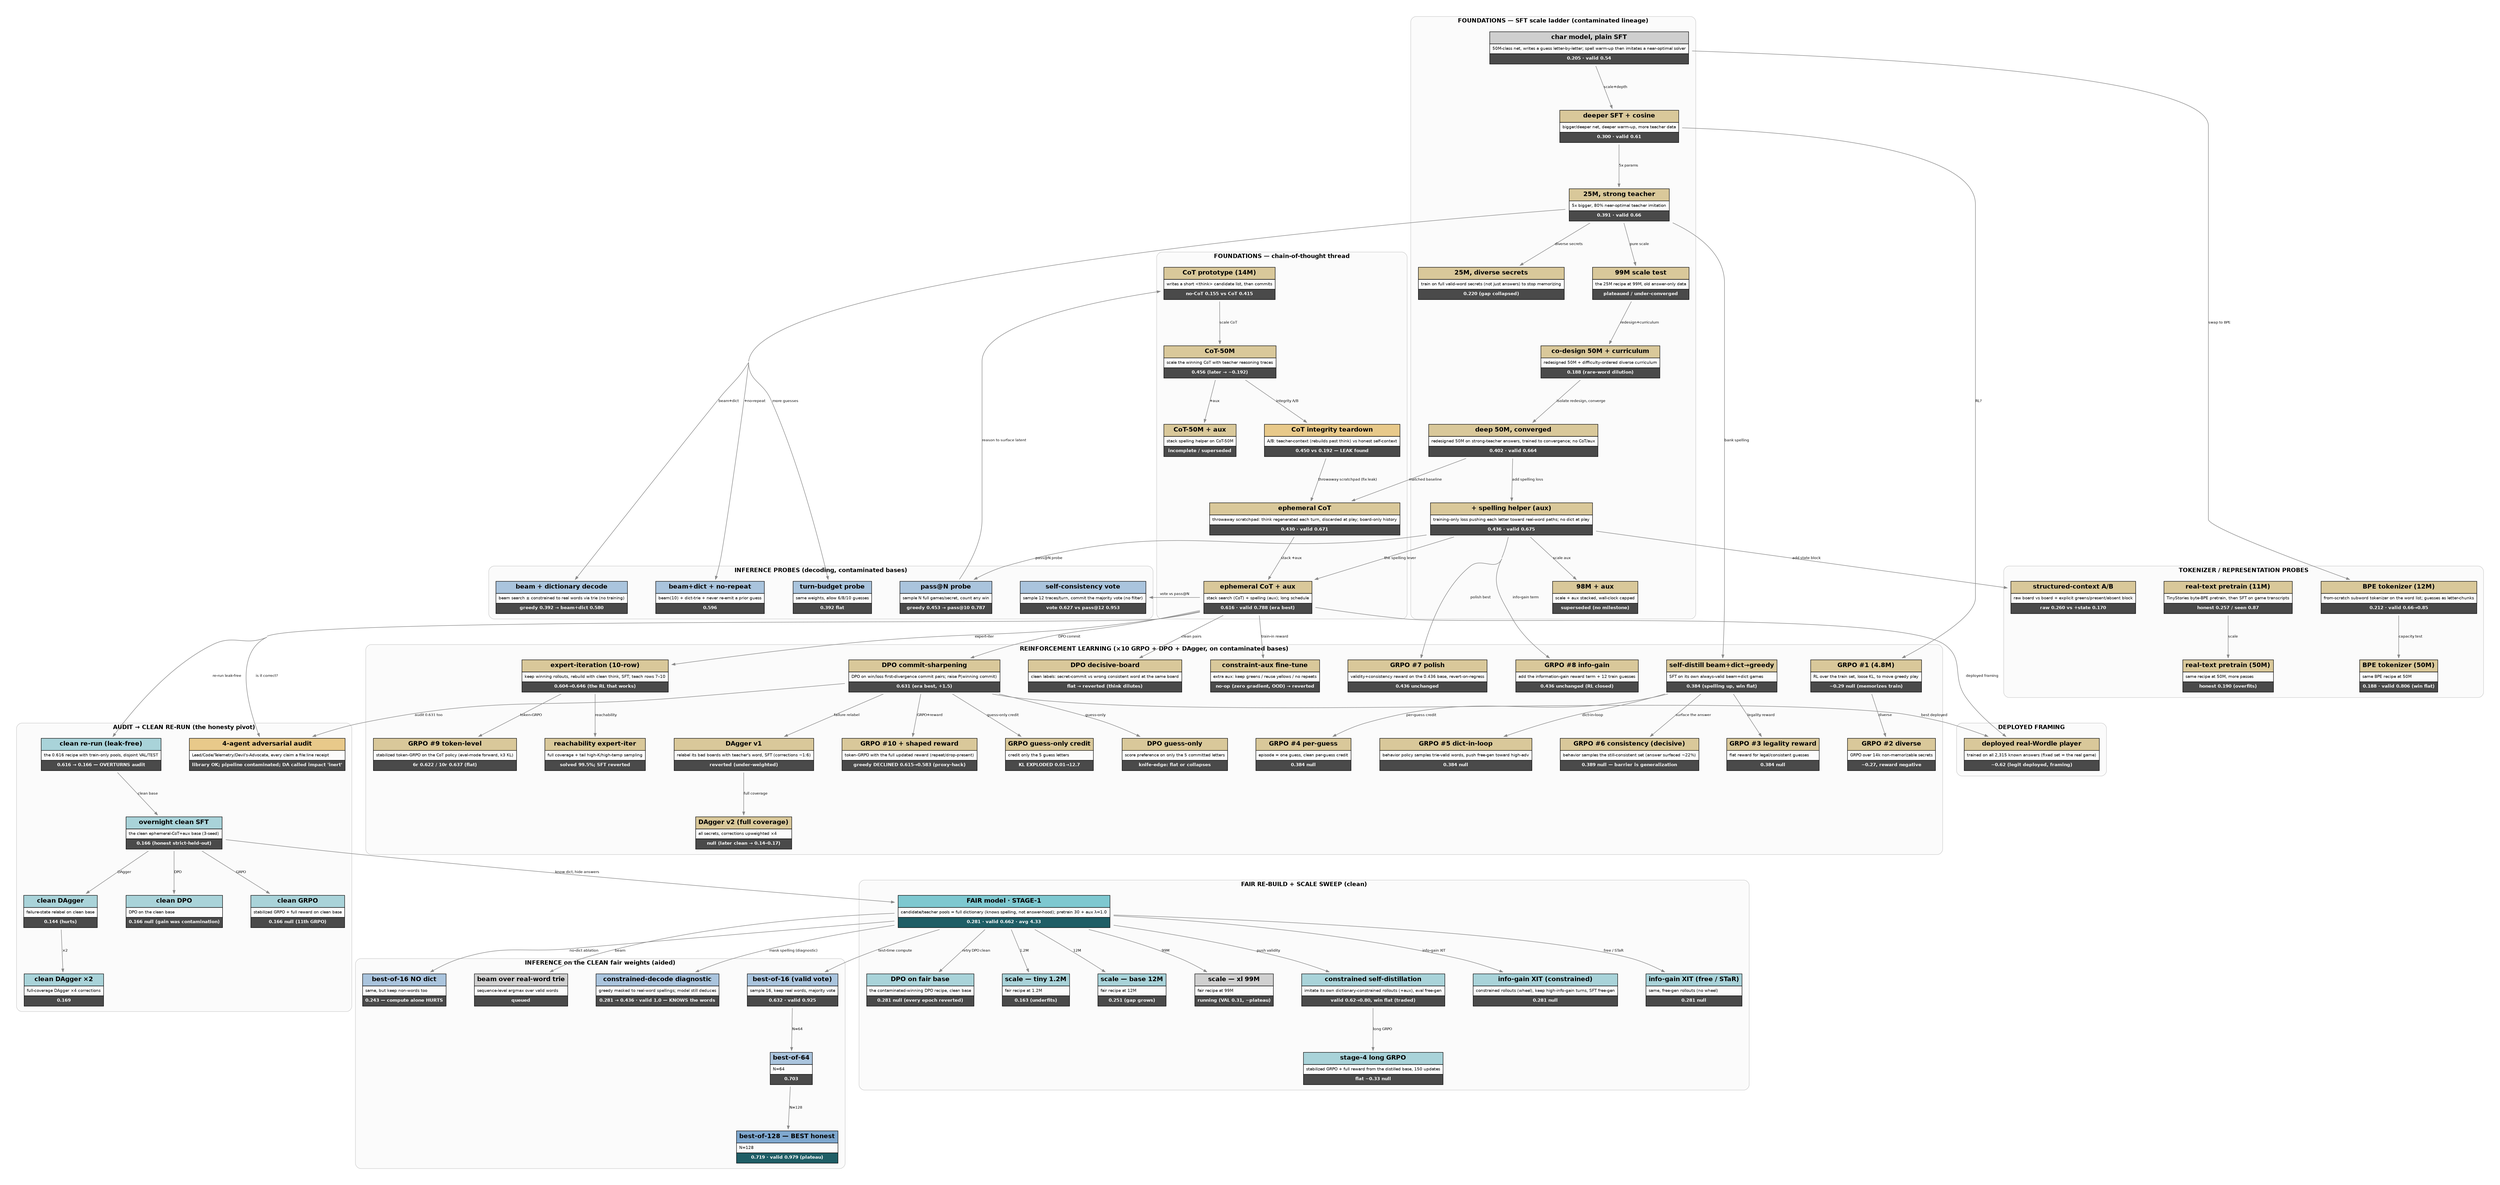
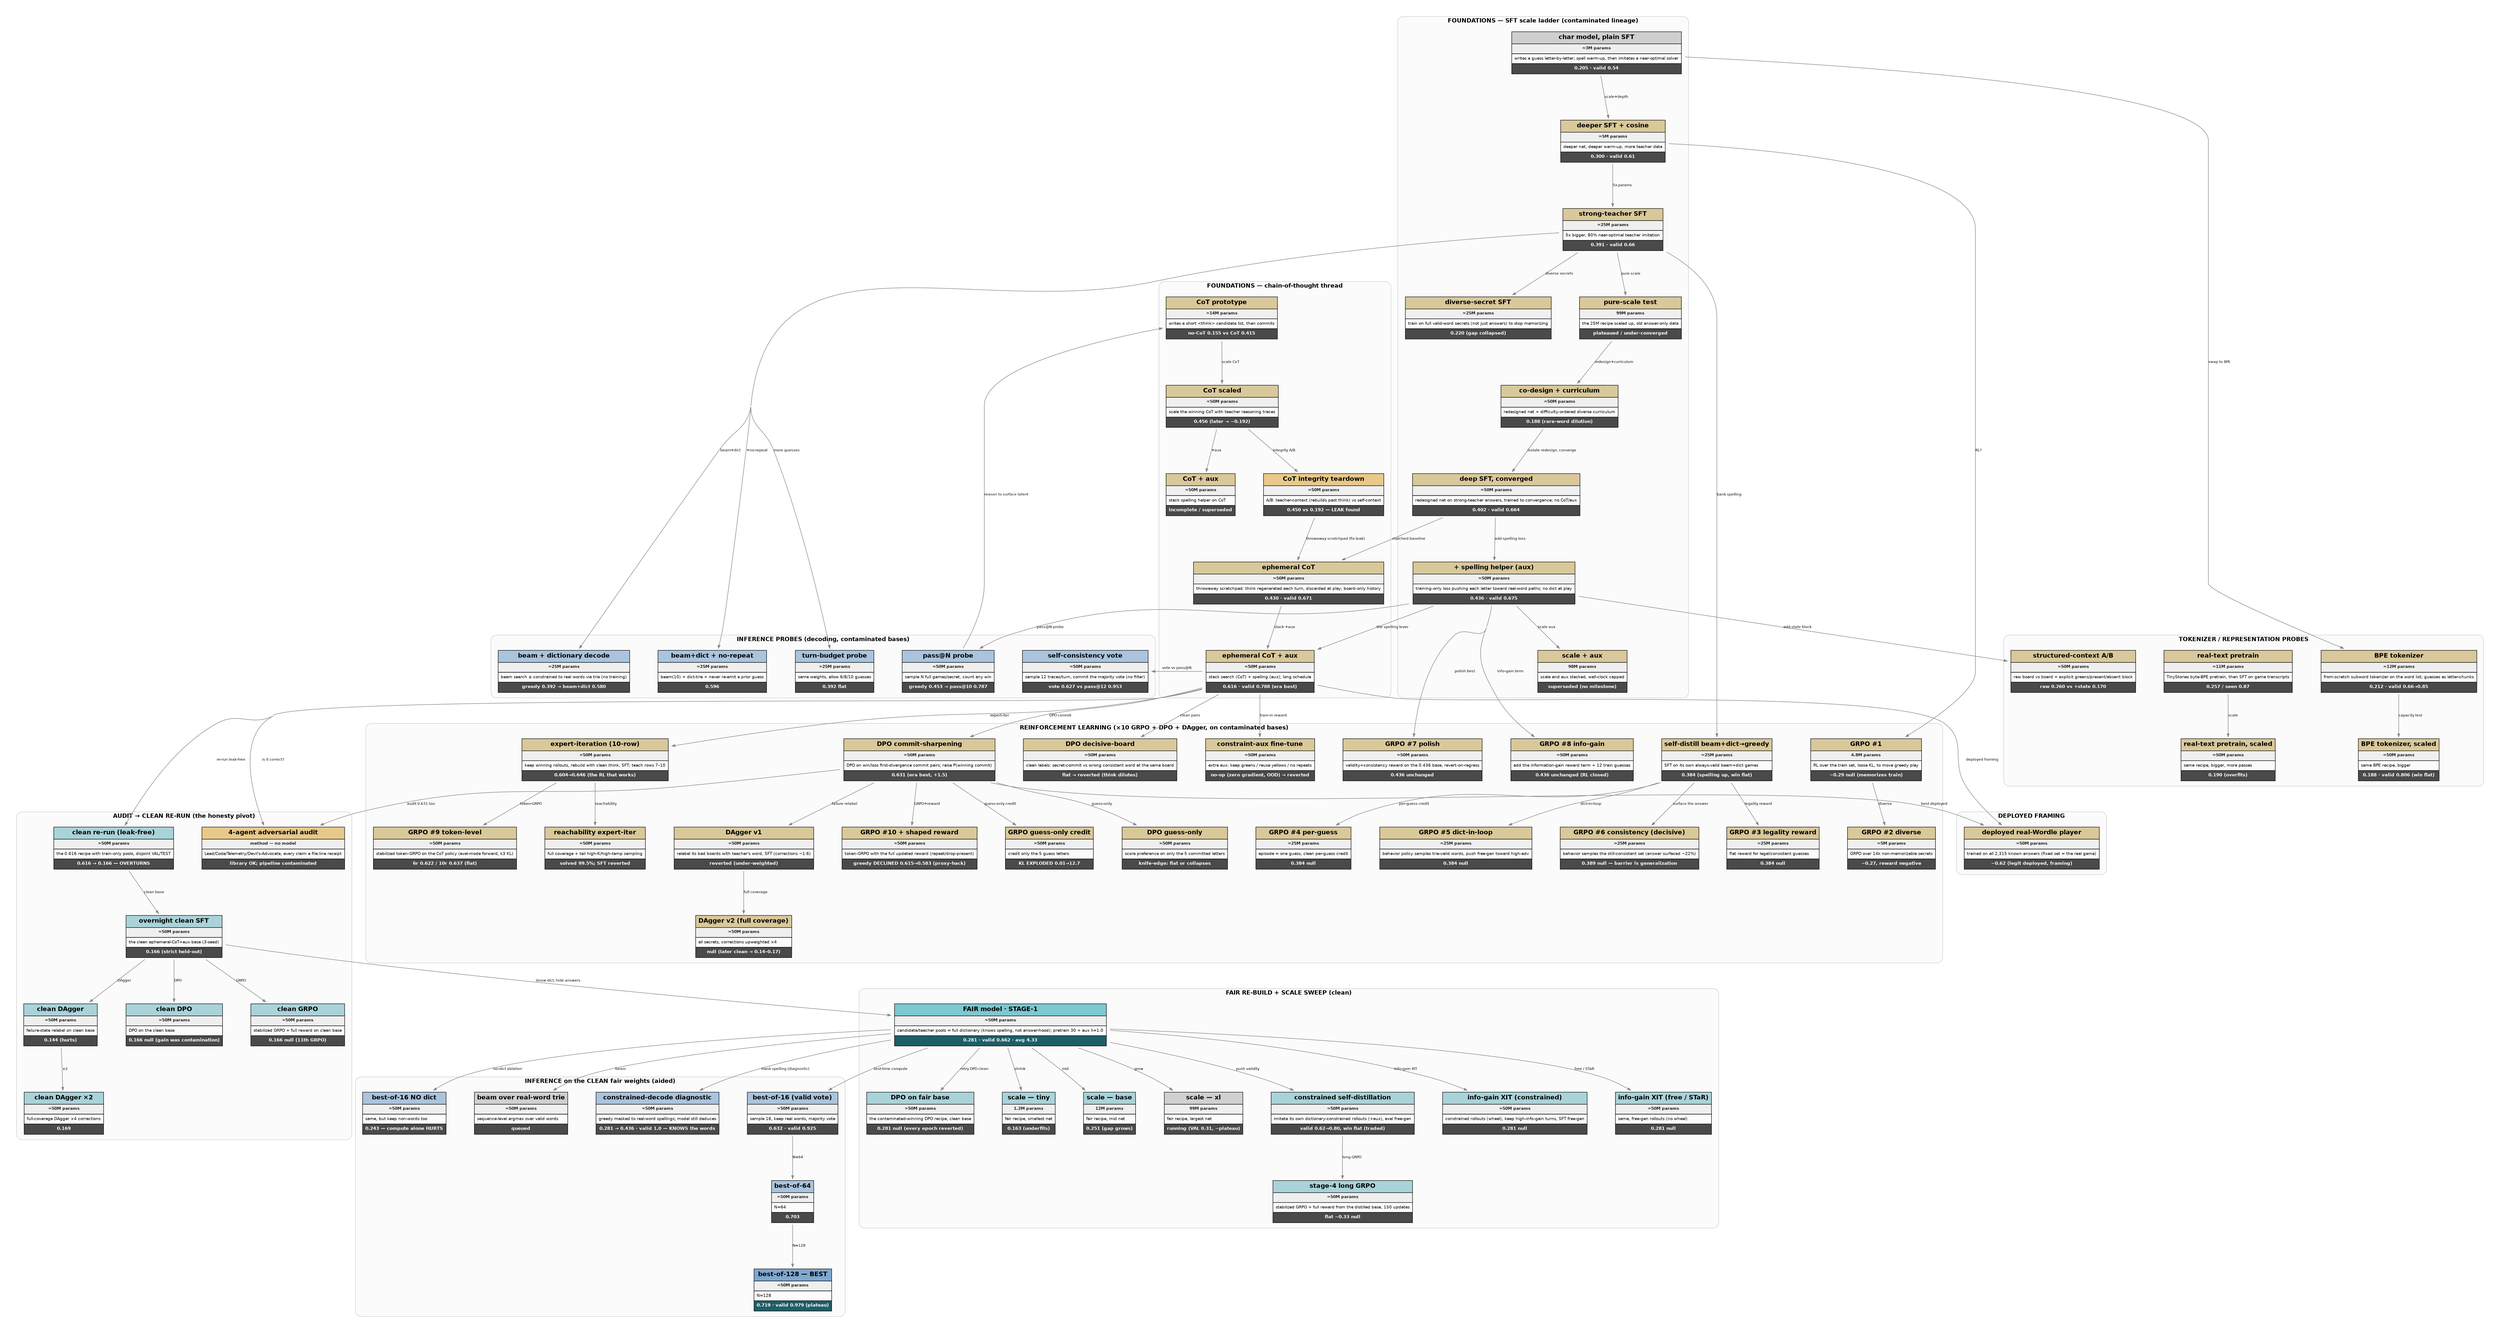
digraph experiments {
  rankdir=TB; bgcolor="white";
  graph [fontname="Helvetica", ranksep=1.2, nodesep=0.65, fontsize=13, concentrate=true, splines=spline, pad=0.4];
  node [shape=plaintext, fontname="Helvetica"];
  edge [fontname="Helvetica", fontsize=8, color="#888888", penwidth=1.1, arrowsize=0.7];
  subgraph cluster_found { label=<<B>FOUNDATIONS — SFT scale ladder (contaminated lineage)</B>>; fontsize=13; color="#cccccc"; style="rounded"; bgcolor="#fbfbfb";
-     sft_3m [label=<<TABLE BORDER="0" CELLBORDER="1" CELLSPACING="0" CELLPADDING="5"><TR><TD BGCOLOR="#cfcfcf"><B>char model, plain SFT</B></TD></TR><TR><TD ALIGN="LEFT"><FONT POINT-SIZE="9">50M-class net, writes a guess letter-by-letter; spell warm-up then imitates a near-optimal solver</FONT></TD></TR><TR><TD BGCOLOR="#4a4a4a"><FONT COLOR="white" POINT-SIZE="10"><B>0.205 · valid 0.54</B></FONT></TD></TR></TABLE>>];
-     sft_5m [label=<<TABLE BORDER="0" CELLBORDER="1" CELLSPACING="0" CELLPADDING="5"><TR><TD BGCOLOR="#d9c89a"><B>deeper SFT + cosine</B></TD></TR><TR><TD ALIGN="LEFT"><FONT POINT-SIZE="9">bigger/deeper net, deeper warm-up, more teacher data</FONT></TD></TR><TR><TD BGCOLOR="#4a4a4a"><FONT COLOR="white" POINT-SIZE="10"><B>0.300 · valid 0.61</B></FONT></TD></TR></TABLE>>];
-     sft_25m [label=<<TABLE BORDER="0" CELLBORDER="1" CELLSPACING="0" CELLPADDING="5"><TR><TD BGCOLOR="#d9c89a"><B>25M, strong teacher</B></TD></TR><TR><TD ALIGN="LEFT"><FONT POINT-SIZE="9">5x bigger, 80% near-optimal teacher imitation</FONT></TD></TR><TR><TD BGCOLOR="#4a4a4a"><FONT COLOR="white" POINT-SIZE="10"><B>0.391 · valid 0.66</B></FONT></TD></TR></TABLE>>];
-     sft_25m_div [label=<<TABLE BORDER="0" CELLBORDER="1" CELLSPACING="0" CELLPADDING="5"><TR><TD BGCOLOR="#d9c89a"><B>25M, diverse secrets</B></TD></TR><TR><TD ALIGN="LEFT"><FONT POINT-SIZE="9">train on full valid-word secrets (not just answers) to stop memorizing</FONT></TD></TR><TR><TD BGCOLOR="#4a4a4a"><FONT COLOR="white" POINT-SIZE="10"><B>0.220 (gap collapsed)</B></FONT></TD></TR></TABLE>>];
-     scale_99m [label=<<TABLE BORDER="0" CELLBORDER="1" CELLSPACING="0" CELLPADDING="5"><TR><TD BGCOLOR="#d9c89a"><B>99M scale test</B></TD></TR><TR><TD ALIGN="LEFT"><FONT POINT-SIZE="9">the 25M recipe at 99M, old answer-only data</FONT></TD></TR><TR><TD BGCOLOR="#4a4a4a"><FONT COLOR="white" POINT-SIZE="10"><B>plateaued / under-converged</B></FONT></TD></TR></TABLE>>];
-     codesign_50m [label=<<TABLE BORDER="0" CELLBORDER="1" CELLSPACING="0" CELLPADDING="5"><TR><TD BGCOLOR="#d9c89a"><B>co-design 50M + curriculum</B></TD></TR><TR><TD ALIGN="LEFT"><FONT POINT-SIZE="9">redesigned 50M + difficulty-ordered diverse curriculum</FONT></TD></TR><TR><TD BGCOLOR="#4a4a4a"><FONT COLOR="white" POINT-SIZE="10"><B>0.188 (rare-word dilution)</B></FONT></TD></TR></TABLE>>];
-     sft_deep [label=<<TABLE BORDER="0" CELLBORDER="1" CELLSPACING="0" CELLPADDING="5"><TR><TD BGCOLOR="#d9c89a"><B>deep 50M, converged</B></TD></TR><TR><TD ALIGN="LEFT"><FONT POINT-SIZE="9">redesigned 50M on strong-teacher answers, trained to convergence; no CoT/aux</FONT></TD></TR><TR><TD BGCOLOR="#4a4a4a"><FONT COLOR="white" POINT-SIZE="10"><B>0.402 · valid 0.664</B></FONT></TD></TR></TABLE>>];
-     sft_aux [label=<<TABLE BORDER="0" CELLBORDER="1" CELLSPACING="0" CELLPADDING="5"><TR><TD BGCOLOR="#d9c89a"><B>+ spelling helper (aux)</B></TD></TR><TR><TD ALIGN="LEFT"><FONT POINT-SIZE="9">training-only loss pushing each letter toward real-word paths; no dict at play</FONT></TD></TR><TR><TD BGCOLOR="#4a4a4a"><FONT COLOR="white" POINT-SIZE="10"><B>0.436 · valid 0.675</B></FONT></TD></TR></TABLE>>];
-     sft_aux_xl [label=<<TABLE BORDER="0" CELLBORDER="1" CELLSPACING="0" CELLPADDING="5"><TR><TD BGCOLOR="#d9c89a"><B>98M + aux</B></TD></TR><TR><TD ALIGN="LEFT"><FONT POINT-SIZE="9">scale + aux stacked, wall-clock capped</FONT></TD></TR><TR><TD BGCOLOR="#4a4a4a"><FONT COLOR="white" POINT-SIZE="10"><B>superseded (no milestone)</B></FONT></TD></TR></TABLE>>];
+     sft_3m [label=<<TABLE BORDER="0" CELLBORDER="1" CELLSPACING="0" CELLPADDING="5"><TR><TD BGCOLOR="#cfcfcf"><B>char model, plain SFT</B></TD></TR><TR><TD BGCOLOR="#efefef"><FONT POINT-SIZE="9" COLOR="#222222"><B>≈3M params</B></FONT></TD></TR><TR><TD ALIGN="LEFT"><FONT POINT-SIZE="9">writes a guess letter-by-letter; spell warm-up, then imitates a near-optimal solver</FONT></TD></TR><TR><TD BGCOLOR="#4a4a4a"><FONT COLOR="white" POINT-SIZE="10"><B>0.205 · valid 0.54</B></FONT></TD></TR></TABLE>>];
+     sft_5m [label=<<TABLE BORDER="0" CELLBORDER="1" CELLSPACING="0" CELLPADDING="5"><TR><TD BGCOLOR="#d9c89a"><B>deeper SFT + cosine</B></TD></TR><TR><TD BGCOLOR="#efefef"><FONT POINT-SIZE="9" COLOR="#222222"><B>≈5M params</B></FONT></TD></TR><TR><TD ALIGN="LEFT"><FONT POINT-SIZE="9">deeper net, deeper warm-up, more teacher data</FONT></TD></TR><TR><TD BGCOLOR="#4a4a4a"><FONT COLOR="white" POINT-SIZE="10"><B>0.300 · valid 0.61</B></FONT></TD></TR></TABLE>>];
+     sft_25m [label=<<TABLE BORDER="0" CELLBORDER="1" CELLSPACING="0" CELLPADDING="5"><TR><TD BGCOLOR="#d9c89a"><B>strong-teacher SFT</B></TD></TR><TR><TD BGCOLOR="#efefef"><FONT POINT-SIZE="9" COLOR="#222222"><B>≈25M params</B></FONT></TD></TR><TR><TD ALIGN="LEFT"><FONT POINT-SIZE="9">5x bigger, 80% near-optimal teacher imitation</FONT></TD></TR><TR><TD BGCOLOR="#4a4a4a"><FONT COLOR="white" POINT-SIZE="10"><B>0.391 · valid 0.66</B></FONT></TD></TR></TABLE>>];
+     sft_25m_div [label=<<TABLE BORDER="0" CELLBORDER="1" CELLSPACING="0" CELLPADDING="5"><TR><TD BGCOLOR="#d9c89a"><B>diverse-secret SFT</B></TD></TR><TR><TD BGCOLOR="#efefef"><FONT POINT-SIZE="9" COLOR="#222222"><B>≈25M params</B></FONT></TD></TR><TR><TD ALIGN="LEFT"><FONT POINT-SIZE="9">train on full valid-word secrets (not just answers) to stop memorizing</FONT></TD></TR><TR><TD BGCOLOR="#4a4a4a"><FONT COLOR="white" POINT-SIZE="10"><B>0.220 (gap collapsed)</B></FONT></TD></TR></TABLE>>];
+     scale_99m [label=<<TABLE BORDER="0" CELLBORDER="1" CELLSPACING="0" CELLPADDING="5"><TR><TD BGCOLOR="#d9c89a"><B>pure-scale test</B></TD></TR><TR><TD BGCOLOR="#efefef"><FONT POINT-SIZE="9" COLOR="#222222"><B>99M params</B></FONT></TD></TR><TR><TD ALIGN="LEFT"><FONT POINT-SIZE="9">the 25M recipe scaled up, old answer-only data</FONT></TD></TR><TR><TD BGCOLOR="#4a4a4a"><FONT COLOR="white" POINT-SIZE="10"><B>plateaued / under-converged</B></FONT></TD></TR></TABLE>>];
+     codesign_50m [label=<<TABLE BORDER="0" CELLBORDER="1" CELLSPACING="0" CELLPADDING="5"><TR><TD BGCOLOR="#d9c89a"><B>co-design + curriculum</B></TD></TR><TR><TD BGCOLOR="#efefef"><FONT POINT-SIZE="9" COLOR="#222222"><B>≈50M params</B></FONT></TD></TR><TR><TD ALIGN="LEFT"><FONT POINT-SIZE="9">redesigned net + difficulty-ordered diverse curriculum</FONT></TD></TR><TR><TD BGCOLOR="#4a4a4a"><FONT COLOR="white" POINT-SIZE="10"><B>0.188 (rare-word dilution)</B></FONT></TD></TR></TABLE>>];
+     sft_deep [label=<<TABLE BORDER="0" CELLBORDER="1" CELLSPACING="0" CELLPADDING="5"><TR><TD BGCOLOR="#d9c89a"><B>deep SFT, converged</B></TD></TR><TR><TD BGCOLOR="#efefef"><FONT POINT-SIZE="9" COLOR="#222222"><B>≈50M params</B></FONT></TD></TR><TR><TD ALIGN="LEFT"><FONT POINT-SIZE="9">redesigned net on strong-teacher answers, trained to convergence; no CoT/aux</FONT></TD></TR><TR><TD BGCOLOR="#4a4a4a"><FONT COLOR="white" POINT-SIZE="10"><B>0.402 · valid 0.664</B></FONT></TD></TR></TABLE>>];
+     sft_aux [label=<<TABLE BORDER="0" CELLBORDER="1" CELLSPACING="0" CELLPADDING="5"><TR><TD BGCOLOR="#d9c89a"><B>+ spelling helper (aux)</B></TD></TR><TR><TD BGCOLOR="#efefef"><FONT POINT-SIZE="9" COLOR="#222222"><B>≈50M params</B></FONT></TD></TR><TR><TD ALIGN="LEFT"><FONT POINT-SIZE="9">training-only loss pushing each letter toward real-word paths; no dict at play</FONT></TD></TR><TR><TD BGCOLOR="#4a4a4a"><FONT COLOR="white" POINT-SIZE="10"><B>0.436 · valid 0.675</B></FONT></TD></TR></TABLE>>];
+     sft_aux_xl [label=<<TABLE BORDER="0" CELLBORDER="1" CELLSPACING="0" CELLPADDING="5"><TR><TD BGCOLOR="#d9c89a"><B>scale + aux</B></TD></TR><TR><TD BGCOLOR="#efefef"><FONT POINT-SIZE="9" COLOR="#222222"><B>98M params</B></FONT></TD></TR><TR><TD ALIGN="LEFT"><FONT POINT-SIZE="9">scale and aux stacked, wall-clock capped</FONT></TD></TR><TR><TD BGCOLOR="#4a4a4a"><FONT COLOR="white" POINT-SIZE="10"><B>superseded (no milestone)</B></FONT></TD></TR></TABLE>>];
  }
  subgraph cluster_cot { label=<<B>FOUNDATIONS — chain-of-thought thread</B>>; fontsize=13; color="#cccccc"; style="rounded"; bgcolor="#fbfbfb";
-     cot_14m [label=<<TABLE BORDER="0" CELLBORDER="1" CELLSPACING="0" CELLPADDING="5"><TR><TD BGCOLOR="#d9c89a"><B>CoT prototype (14M)</B></TD></TR><TR><TD ALIGN="LEFT"><FONT POINT-SIZE="9">writes a short &lt;think&gt; candidate list, then commits</FONT></TD></TR><TR><TD BGCOLOR="#4a4a4a"><FONT COLOR="white" POINT-SIZE="10"><B>no-CoT 0.155 vs CoT 0.415</B></FONT></TD></TR></TABLE>>];
-     cot_50m [label=<<TABLE BORDER="0" CELLBORDER="1" CELLSPACING="0" CELLPADDING="5"><TR><TD BGCOLOR="#d9c89a"><B>CoT-50M</B></TD></TR><TR><TD ALIGN="LEFT"><FONT POINT-SIZE="9">scale the winning CoT with teacher reasoning traces</FONT></TD></TR><TR><TD BGCOLOR="#4a4a4a"><FONT COLOR="white" POINT-SIZE="10"><B>0.456 (later → ~0.192)</B></FONT></TD></TR></TABLE>>];
-     cot_50m_aux [label=<<TABLE BORDER="0" CELLBORDER="1" CELLSPACING="0" CELLPADDING="5"><TR><TD BGCOLOR="#d9c89a"><B>CoT-50M + aux</B></TD></TR><TR><TD ALIGN="LEFT"><FONT POINT-SIZE="9">stack spelling helper on CoT-50M</FONT></TD></TR><TR><TD BGCOLOR="#4a4a4a"><FONT COLOR="white" POINT-SIZE="10"><B>incomplete / superseded</B></FONT></TD></TR></TABLE>>];
-     cot_show [label=<<TABLE BORDER="0" CELLBORDER="1" CELLSPACING="0" CELLPADDING="5"><TR><TD BGCOLOR="#e8c98a"><B>CoT integrity teardown</B></TD></TR><TR><TD ALIGN="LEFT"><FONT POINT-SIZE="9">A/B: teacher-context (rebuilds past think) vs honest self-context</FONT></TD></TR><TR><TD BGCOLOR="#4a4a4a"><FONT COLOR="white" POINT-SIZE="10"><B>0.450 vs 0.192 — LEAK found</B></FONT></TD></TR></TABLE>>];
-     cot_eph [label=<<TABLE BORDER="0" CELLBORDER="1" CELLSPACING="0" CELLPADDING="5"><TR><TD BGCOLOR="#d9c89a"><B>ephemeral CoT</B></TD></TR><TR><TD ALIGN="LEFT"><FONT POINT-SIZE="9">throwaway scratchpad: think regenerated each turn, discarded at play; board-only history</FONT></TD></TR><TR><TD BGCOLOR="#4a4a4a"><FONT COLOR="white" POINT-SIZE="10"><B>0.430 · valid 0.671</B></FONT></TD></TR></TABLE>>];
-     cot_eph_aux [label=<<TABLE BORDER="0" CELLBORDER="1" CELLSPACING="0" CELLPADDING="5"><TR><TD BGCOLOR="#d9c89a"><B>ephemeral CoT + aux</B></TD></TR><TR><TD ALIGN="LEFT"><FONT POINT-SIZE="9">stack search (CoT) + spelling (aux); long schedule</FONT></TD></TR><TR><TD BGCOLOR="#4a4a4a"><FONT COLOR="white" POINT-SIZE="10"><B>0.616 · valid 0.788 (era best)</B></FONT></TD></TR></TABLE>>];
+     cot_14m [label=<<TABLE BORDER="0" CELLBORDER="1" CELLSPACING="0" CELLPADDING="5"><TR><TD BGCOLOR="#d9c89a"><B>CoT prototype</B></TD></TR><TR><TD BGCOLOR="#efefef"><FONT POINT-SIZE="9" COLOR="#222222"><B>≈14M params</B></FONT></TD></TR><TR><TD ALIGN="LEFT"><FONT POINT-SIZE="9">writes a short &lt;think&gt; candidate list, then commits</FONT></TD></TR><TR><TD BGCOLOR="#4a4a4a"><FONT COLOR="white" POINT-SIZE="10"><B>no-CoT 0.155 vs CoT 0.415</B></FONT></TD></TR></TABLE>>];
+     cot_50m [label=<<TABLE BORDER="0" CELLBORDER="1" CELLSPACING="0" CELLPADDING="5"><TR><TD BGCOLOR="#d9c89a"><B>CoT scaled</B></TD></TR><TR><TD BGCOLOR="#efefef"><FONT POINT-SIZE="9" COLOR="#222222"><B>≈50M params</B></FONT></TD></TR><TR><TD ALIGN="LEFT"><FONT POINT-SIZE="9">scale the winning CoT with teacher reasoning traces</FONT></TD></TR><TR><TD BGCOLOR="#4a4a4a"><FONT COLOR="white" POINT-SIZE="10"><B>0.456 (later → ~0.192)</B></FONT></TD></TR></TABLE>>];
+     cot_50m_aux [label=<<TABLE BORDER="0" CELLBORDER="1" CELLSPACING="0" CELLPADDING="5"><TR><TD BGCOLOR="#d9c89a"><B>CoT + aux</B></TD></TR><TR><TD BGCOLOR="#efefef"><FONT POINT-SIZE="9" COLOR="#222222"><B>≈50M params</B></FONT></TD></TR><TR><TD ALIGN="LEFT"><FONT POINT-SIZE="9">stack spelling helper on CoT</FONT></TD></TR><TR><TD BGCOLOR="#4a4a4a"><FONT COLOR="white" POINT-SIZE="10"><B>incomplete / superseded</B></FONT></TD></TR></TABLE>>];
+     cot_show [label=<<TABLE BORDER="0" CELLBORDER="1" CELLSPACING="0" CELLPADDING="5"><TR><TD BGCOLOR="#e8c98a"><B>CoT integrity teardown</B></TD></TR><TR><TD BGCOLOR="#efefef"><FONT POINT-SIZE="9" COLOR="#222222"><B>≈50M params</B></FONT></TD></TR><TR><TD ALIGN="LEFT"><FONT POINT-SIZE="9">A/B: teacher-context (rebuilds past think) vs self-context</FONT></TD></TR><TR><TD BGCOLOR="#4a4a4a"><FONT COLOR="white" POINT-SIZE="10"><B>0.450 vs 0.192 — LEAK found</B></FONT></TD></TR></TABLE>>];
+     cot_eph [label=<<TABLE BORDER="0" CELLBORDER="1" CELLSPACING="0" CELLPADDING="5"><TR><TD BGCOLOR="#d9c89a"><B>ephemeral CoT</B></TD></TR><TR><TD BGCOLOR="#efefef"><FONT POINT-SIZE="9" COLOR="#222222"><B>≈50M params</B></FONT></TD></TR><TR><TD ALIGN="LEFT"><FONT POINT-SIZE="9">throwaway scratchpad: think regenerated each turn, discarded at play; board-only history</FONT></TD></TR><TR><TD BGCOLOR="#4a4a4a"><FONT COLOR="white" POINT-SIZE="10"><B>0.430 · valid 0.671</B></FONT></TD></TR></TABLE>>];
+     cot_eph_aux [label=<<TABLE BORDER="0" CELLBORDER="1" CELLSPACING="0" CELLPADDING="5"><TR><TD BGCOLOR="#d9c89a"><B>ephemeral CoT + aux</B></TD></TR><TR><TD BGCOLOR="#efefef"><FONT POINT-SIZE="9" COLOR="#222222"><B>≈50M params</B></FONT></TD></TR><TR><TD ALIGN="LEFT"><FONT POINT-SIZE="9">stack search (CoT) + spelling (aux); long schedule</FONT></TD></TR><TR><TD BGCOLOR="#4a4a4a"><FONT COLOR="white" POINT-SIZE="10"><B>0.616 · valid 0.788 (era best)</B></FONT></TD></TR></TABLE>>];
  }
  subgraph cluster_val { label=<<B>TOKENIZER / REPRESENTATION PROBES</B>>; fontsize=13; color="#cccccc"; style="rounded"; bgcolor="#fbfbfb";
-     bpe_12m [label=<<TABLE BORDER="0" CELLBORDER="1" CELLSPACING="0" CELLPADDING="5"><TR><TD BGCOLOR="#d9c89a"><B>BPE tokenizer (12M)</B></TD></TR><TR><TD ALIGN="LEFT"><FONT POINT-SIZE="9">from-scratch subword tokenizer on the word list; guesses as letter-chunks</FONT></TD></TR><TR><TD BGCOLOR="#4a4a4a"><FONT COLOR="white" POINT-SIZE="10"><B>0.212 · valid 0.66→0.85</B></FONT></TD></TR></TABLE>>];
-     bpe_50m [label=<<TABLE BORDER="0" CELLBORDER="1" CELLSPACING="0" CELLPADDING="5"><TR><TD BGCOLOR="#d9c89a"><B>BPE tokenizer (50M)</B></TD></TR><TR><TD ALIGN="LEFT"><FONT POINT-SIZE="9">same BPE recipe at 50M</FONT></TD></TR><TR><TD BGCOLOR="#4a4a4a"><FONT COLOR="white" POINT-SIZE="10"><B>0.188 · valid 0.806 (win flat)</B></FONT></TD></TR></TABLE>>];
-     oreo_11m [label=<<TABLE BORDER="0" CELLBORDER="1" CELLSPACING="0" CELLPADDING="5"><TR><TD BGCOLOR="#d9c89a"><B>real-text pretrain (11M)</B></TD></TR><TR><TD ALIGN="LEFT"><FONT POINT-SIZE="9">TinyStories byte-BPE pretrain, then SFT on game transcripts</FONT></TD></TR><TR><TD BGCOLOR="#4a4a4a"><FONT COLOR="white" POINT-SIZE="10"><B>honest 0.257 / seen 0.87</B></FONT></TD></TR></TABLE>>];
-     oreo_50m [label=<<TABLE BORDER="0" CELLBORDER="1" CELLSPACING="0" CELLPADDING="5"><TR><TD BGCOLOR="#d9c89a"><B>real-text pretrain (50M)</B></TD></TR><TR><TD ALIGN="LEFT"><FONT POINT-SIZE="9">same recipe at 50M, more passes</FONT></TD></TR><TR><TD BGCOLOR="#4a4a4a"><FONT COLOR="white" POINT-SIZE="10"><B>honest 0.190 (overfits)</B></FONT></TD></TR></TABLE>>];
-     structured_ctx [label=<<TABLE BORDER="0" CELLBORDER="1" CELLSPACING="0" CELLPADDING="5"><TR><TD BGCOLOR="#d9c89a"><B>structured-context A/B</B></TD></TR><TR><TD ALIGN="LEFT"><FONT POINT-SIZE="9">raw board vs board + explicit greens/present/absent block</FONT></TD></TR><TR><TD BGCOLOR="#4a4a4a"><FONT COLOR="white" POINT-SIZE="10"><B>raw 0.260 vs +state 0.170</B></FONT></TD></TR></TABLE>>];
+     bpe_12m [label=<<TABLE BORDER="0" CELLBORDER="1" CELLSPACING="0" CELLPADDING="5"><TR><TD BGCOLOR="#d9c89a"><B>BPE tokenizer</B></TD></TR><TR><TD BGCOLOR="#efefef"><FONT POINT-SIZE="9" COLOR="#222222"><B>≈12M params</B></FONT></TD></TR><TR><TD ALIGN="LEFT"><FONT POINT-SIZE="9">from-scratch subword tokenizer on the word list; guesses as letter-chunks</FONT></TD></TR><TR><TD BGCOLOR="#4a4a4a"><FONT COLOR="white" POINT-SIZE="10"><B>0.212 · valid 0.66→0.85</B></FONT></TD></TR></TABLE>>];
+     bpe_50m [label=<<TABLE BORDER="0" CELLBORDER="1" CELLSPACING="0" CELLPADDING="5"><TR><TD BGCOLOR="#d9c89a"><B>BPE tokenizer, scaled</B></TD></TR><TR><TD BGCOLOR="#efefef"><FONT POINT-SIZE="9" COLOR="#222222"><B>≈50M params</B></FONT></TD></TR><TR><TD ALIGN="LEFT"><FONT POINT-SIZE="9">same BPE recipe, bigger</FONT></TD></TR><TR><TD BGCOLOR="#4a4a4a"><FONT COLOR="white" POINT-SIZE="10"><B>0.188 · valid 0.806 (win flat)</B></FONT></TD></TR></TABLE>>];
+     oreo_11m [label=<<TABLE BORDER="0" CELLBORDER="1" CELLSPACING="0" CELLPADDING="5"><TR><TD BGCOLOR="#d9c89a"><B>real-text pretrain</B></TD></TR><TR><TD BGCOLOR="#efefef"><FONT POINT-SIZE="9" COLOR="#222222"><B>≈11M params</B></FONT></TD></TR><TR><TD ALIGN="LEFT"><FONT POINT-SIZE="9">TinyStories byte-BPE pretrain, then SFT on game transcripts</FONT></TD></TR><TR><TD BGCOLOR="#4a4a4a"><FONT COLOR="white" POINT-SIZE="10"><B>0.257 / seen 0.87</B></FONT></TD></TR></TABLE>>];
+     oreo_50m [label=<<TABLE BORDER="0" CELLBORDER="1" CELLSPACING="0" CELLPADDING="5"><TR><TD BGCOLOR="#d9c89a"><B>real-text pretrain, scaled</B></TD></TR><TR><TD BGCOLOR="#efefef"><FONT POINT-SIZE="9" COLOR="#222222"><B>≈50M params</B></FONT></TD></TR><TR><TD ALIGN="LEFT"><FONT POINT-SIZE="9">same recipe, bigger, more passes</FONT></TD></TR><TR><TD BGCOLOR="#4a4a4a"><FONT COLOR="white" POINT-SIZE="10"><B>0.190 (overfits)</B></FONT></TD></TR></TABLE>>];
+     structured_ctx [label=<<TABLE BORDER="0" CELLBORDER="1" CELLSPACING="0" CELLPADDING="5"><TR><TD BGCOLOR="#d9c89a"><B>structured-context A/B</B></TD></TR><TR><TD BGCOLOR="#efefef"><FONT POINT-SIZE="9" COLOR="#222222"><B>≈50M params</B></FONT></TD></TR><TR><TD ALIGN="LEFT"><FONT POINT-SIZE="9">raw board vs board + explicit greens/present/absent block</FONT></TD></TR><TR><TD BGCOLOR="#4a4a4a"><FONT COLOR="white" POINT-SIZE="10"><B>raw 0.260 vs +state 0.170</B></FONT></TD></TR></TABLE>>];
  }
  subgraph cluster_rl { label=<<B>REINFORCEMENT LEARNING (×10 GRPO + DPO + DAgger, on contaminated bases)</B>>; fontsize=13; color="#cccccc"; style="rounded"; bgcolor="#fbfbfb";
-     grpo_5m [label=<<TABLE BORDER="0" CELLBORDER="1" CELLSPACING="0" CELLPADDING="5"><TR><TD BGCOLOR="#d9c89a"><B>GRPO #1 (4.8M)</B></TD></TR><TR><TD ALIGN="LEFT"><FONT POINT-SIZE="9">RL over the train set, loose KL, to move greedy play</FONT></TD></TR><TR><TD BGCOLOR="#4a4a4a"><FONT COLOR="white" POINT-SIZE="10"><B>~0.29 null (memorizes train)</B></FONT></TD></TR></TABLE>>];
-     grpo_5m_div [label=<<TABLE BORDER="0" CELLBORDER="1" CELLSPACING="0" CELLPADDING="5"><TR><TD BGCOLOR="#d9c89a"><B>GRPO #2 diverse</B></TD></TR><TR><TD ALIGN="LEFT"><FONT POINT-SIZE="9">GRPO over 14k non-memorizable secrets</FONT></TD></TR><TR><TD BGCOLOR="#4a4a4a"><FONT COLOR="white" POINT-SIZE="10"><B>~0.27, reward negative</B></FONT></TD></TR></TABLE>>];
-     self_distill_25m [label=<<TABLE BORDER="0" CELLBORDER="1" CELLSPACING="0" CELLPADDING="5"><TR><TD BGCOLOR="#d9c89a"><B>self-distill beam+dict→greedy</B></TD></TR><TR><TD ALIGN="LEFT"><FONT POINT-SIZE="9">SFT on its own always-valid beam+dict games</FONT></TD></TR><TR><TD BGCOLOR="#4a4a4a"><FONT COLOR="white" POINT-SIZE="10"><B>0.384 (spelling up, win flat)</B></FONT></TD></TR></TABLE>>];
-     rl_consistency [label=<<TABLE BORDER="0" CELLBORDER="1" CELLSPACING="0" CELLPADDING="5"><TR><TD BGCOLOR="#d9c89a"><B>GRPO #3 legality reward</B></TD></TR><TR><TD ALIGN="LEFT"><FONT POINT-SIZE="9">flat reward for legal/consistent guesses</FONT></TD></TR><TR><TD BGCOLOR="#4a4a4a"><FONT COLOR="white" POINT-SIZE="10"><B>0.384 null</B></FONT></TD></TR></TABLE>>];
-     rl_perguess [label=<<TABLE BORDER="0" CELLBORDER="1" CELLSPACING="0" CELLPADDING="5"><TR><TD BGCOLOR="#d9c89a"><B>GRPO #4 per-guess</B></TD></TR><TR><TD ALIGN="LEFT"><FONT POINT-SIZE="9">episode = one guess, clean per-guess credit</FONT></TD></TR><TR><TD BGCOLOR="#4a4a4a"><FONT COLOR="white" POINT-SIZE="10"><B>0.384 null</B></FONT></TD></TR></TABLE>>];
-     rl_dict [label=<<TABLE BORDER="0" CELLBORDER="1" CELLSPACING="0" CELLPADDING="5"><TR><TD BGCOLOR="#d9c89a"><B>GRPO #5 dict-in-loop</B></TD></TR><TR><TD ALIGN="LEFT"><FONT POINT-SIZE="9">behavior policy samples trie-valid words, push free-gen toward high-adv</FONT></TD></TR><TR><TD BGCOLOR="#4a4a4a"><FONT COLOR="white" POINT-SIZE="10"><B>0.384 null</B></FONT></TD></TR></TABLE>>];
-     rl_constrained [label=<<TABLE BORDER="0" CELLBORDER="1" CELLSPACING="0" CELLPADDING="5"><TR><TD BGCOLOR="#d9c89a"><B>GRPO #6 consistency (decisive)</B></TD></TR><TR><TD ALIGN="LEFT"><FONT POINT-SIZE="9">behavior samples the still-consistent set (answer surfaced ~22%)</FONT></TD></TR><TR><TD BGCOLOR="#4a4a4a"><FONT COLOR="white" POINT-SIZE="10"><B>0.389 null — barrier is generalization</B></FONT></TD></TR></TABLE>>];
-     rl_polish [label=<<TABLE BORDER="0" CELLBORDER="1" CELLSPACING="0" CELLPADDING="5"><TR><TD BGCOLOR="#d9c89a"><B>GRPO #7 polish</B></TD></TR><TR><TD ALIGN="LEFT"><FONT POINT-SIZE="9">validity+consistency reward on the 0.436 base, revert-on-regress</FONT></TD></TR><TR><TD BGCOLOR="#4a4a4a"><FONT COLOR="white" POINT-SIZE="10"><B>0.436 unchanged</B></FONT></TD></TR></TABLE>>];
-     rl_infogain [label=<<TABLE BORDER="0" CELLBORDER="1" CELLSPACING="0" CELLPADDING="5"><TR><TD BGCOLOR="#d9c89a"><B>GRPO #8 info-gain</B></TD></TR><TR><TD ALIGN="LEFT"><FONT POINT-SIZE="9">add the information-gain reward term + 12 train guesses</FONT></TD></TR><TR><TD BGCOLOR="#4a4a4a"><FONT COLOR="white" POINT-SIZE="10"><B>0.436 unchanged (RL closed)</B></FONT></TD></TR></TABLE>>];
-     rl_expert_10row [label=<<TABLE BORDER="0" CELLBORDER="1" CELLSPACING="0" CELLPADDING="5"><TR><TD BGCOLOR="#d9c89a"><B>expert-iteration (10-row)</B></TD></TR><TR><TD ALIGN="LEFT"><FONT POINT-SIZE="9">keep winning rollouts, rebuild with clean think, SFT; teach rows 7–10</FONT></TD></TR><TR><TD BGCOLOR="#4a4a4a"><FONT COLOR="white" POINT-SIZE="10"><B>0.604→0.646 (the RL that works)</B></FONT></TD></TR></TABLE>>];
-     rl_expert_tail [label=<<TABLE BORDER="0" CELLBORDER="1" CELLSPACING="0" CELLPADDING="5"><TR><TD BGCOLOR="#d9c89a"><B>reachability expert-iter</B></TD></TR><TR><TD ALIGN="LEFT"><FONT POINT-SIZE="9">full coverage + tail high-K/high-temp sampling</FONT></TD></TR><TR><TD BGCOLOR="#4a4a4a"><FONT COLOR="white" POINT-SIZE="10"><B>solved 99.5%; SFT reverted</B></FONT></TD></TR></TABLE>>];
-     rl_grpo_polish [label=<<TABLE BORDER="0" CELLBORDER="1" CELLSPACING="0" CELLPADDING="5"><TR><TD BGCOLOR="#d9c89a"><B>GRPO #9 token-level</B></TD></TR><TR><TD ALIGN="LEFT"><FONT POINT-SIZE="9">stabilized token-GRPO on the CoT policy (eval-mode forward, k3 KL)</FONT></TD></TR><TR><TD BGCOLOR="#4a4a4a"><FONT COLOR="white" POINT-SIZE="10"><B>6r 0.622 / 10r 0.637 (flat)</B></FONT></TD></TR></TABLE>>];
-     dpo_commit [label=<<TABLE BORDER="0" CELLBORDER="1" CELLSPACING="0" CELLPADDING="5"><TR><TD BGCOLOR="#d9c89a"><B>DPO commit-sharpening</B></TD></TR><TR><TD ALIGN="LEFT"><FONT POINT-SIZE="9">DPO on win/loss first-divergence commit pairs; raise P(winning commit)</FONT></TD></TR><TR><TD BGCOLOR="#4a4a4a"><FONT COLOR="white" POINT-SIZE="10"><B>0.631 (era best, +1.5)</B></FONT></TD></TR></TABLE>>];
-     dpo_decisive [label=<<TABLE BORDER="0" CELLBORDER="1" CELLSPACING="0" CELLPADDING="5"><TR><TD BGCOLOR="#d9c89a"><B>DPO decisive-board</B></TD></TR><TR><TD ALIGN="LEFT"><FONT POINT-SIZE="9">clean labels: secret-commit vs wrong consistent word at the same board</FONT></TD></TR><TR><TD BGCOLOR="#4a4a4a"><FONT COLOR="white" POINT-SIZE="10"><B>flat → reverted (think dilutes)</B></FONT></TD></TR></TABLE>>];
-     dpo_guessonly [label=<<TABLE BORDER="0" CELLBORDER="1" CELLSPACING="0" CELLPADDING="5"><TR><TD BGCOLOR="#d9c89a"><B>DPO guess-only</B></TD></TR><TR><TD ALIGN="LEFT"><FONT POINT-SIZE="9">score preference on only the 5 committed letters</FONT></TD></TR><TR><TD BGCOLOR="#4a4a4a"><FONT COLOR="white" POINT-SIZE="10"><B>knife-edge: flat or collapses</B></FONT></TD></TR></TABLE>>];
-     constraint_aux [label=<<TABLE BORDER="0" CELLBORDER="1" CELLSPACING="0" CELLPADDING="5"><TR><TD BGCOLOR="#d9c89a"><B>constraint-aux fine-tune</B></TD></TR><TR><TD ALIGN="LEFT"><FONT POINT-SIZE="9">extra aux: keep greens / reuse yellows / no repeats</FONT></TD></TR><TR><TD BGCOLOR="#4a4a4a"><FONT COLOR="white" POINT-SIZE="10"><B>no-op (zero gradient, OOD) → reverted</B></FONT></TD></TR></TABLE>>];
-     dagger_v1 [label=<<TABLE BORDER="0" CELLBORDER="1" CELLSPACING="0" CELLPADDING="5"><TR><TD BGCOLOR="#d9c89a"><B>DAgger v1</B></TD></TR><TR><TD ALIGN="LEFT"><FONT POINT-SIZE="9">relabel its bad boards with teacher's word, SFT (corrections ~1:6)</FONT></TD></TR><TR><TD BGCOLOR="#4a4a4a"><FONT COLOR="white" POINT-SIZE="10"><B>reverted (under-weighted)</B></FONT></TD></TR></TABLE>>];
-     rl_grpo_reward [label=<<TABLE BORDER="0" CELLBORDER="1" CELLSPACING="0" CELLPADDING="5"><TR><TD BGCOLOR="#d9c89a"><B>GRPO #10 + shaped reward</B></TD></TR><TR><TD ALIGN="LEFT"><FONT POINT-SIZE="9">token-GRPO with the full updated reward (repeat/drop-present)</FONT></TD></TR><TR><TD BGCOLOR="#4a4a4a"><FONT COLOR="white" POINT-SIZE="10"><B>greedy DECLINED 0.615→0.583 (proxy-hack)</B></FONT></TD></TR></TABLE>>];
-     rl_grpo_guessonly [label=<<TABLE BORDER="0" CELLBORDER="1" CELLSPACING="0" CELLPADDING="5"><TR><TD BGCOLOR="#d9c89a"><B>GRPO guess-only credit</B></TD></TR><TR><TD ALIGN="LEFT"><FONT POINT-SIZE="9">credit only the 5 guess letters</FONT></TD></TR><TR><TD BGCOLOR="#4a4a4a"><FONT COLOR="white" POINT-SIZE="10"><B>KL EXPLODED 0.01→12.7</B></FONT></TD></TR></TABLE>>];
-     dagger_v2 [label=<<TABLE BORDER="0" CELLBORDER="1" CELLSPACING="0" CELLPADDING="5"><TR><TD BGCOLOR="#d9c89a"><B>DAgger v2 (full coverage)</B></TD></TR><TR><TD ALIGN="LEFT"><FONT POINT-SIZE="9">all secrets, corrections upweighted ×4</FONT></TD></TR><TR><TD BGCOLOR="#4a4a4a"><FONT COLOR="white" POINT-SIZE="10"><B>null (later clean → 0.14–0.17)</B></FONT></TD></TR></TABLE>>];
+     grpo_5m [label=<<TABLE BORDER="0" CELLBORDER="1" CELLSPACING="0" CELLPADDING="5"><TR><TD BGCOLOR="#d9c89a"><B>GRPO #1</B></TD></TR><TR><TD BGCOLOR="#efefef"><FONT POINT-SIZE="9" COLOR="#222222"><B>4.8M params</B></FONT></TD></TR><TR><TD ALIGN="LEFT"><FONT POINT-SIZE="9">RL over the train set, loose KL, to move greedy play</FONT></TD></TR><TR><TD BGCOLOR="#4a4a4a"><FONT COLOR="white" POINT-SIZE="10"><B>~0.29 null (memorizes train)</B></FONT></TD></TR></TABLE>>];
+     grpo_5m_div [label=<<TABLE BORDER="0" CELLBORDER="1" CELLSPACING="0" CELLPADDING="5"><TR><TD BGCOLOR="#d9c89a"><B>GRPO #2 diverse</B></TD></TR><TR><TD BGCOLOR="#efefef"><FONT POINT-SIZE="9" COLOR="#222222"><B>≈5M params</B></FONT></TD></TR><TR><TD ALIGN="LEFT"><FONT POINT-SIZE="9">GRPO over 14k non-memorizable secrets</FONT></TD></TR><TR><TD BGCOLOR="#4a4a4a"><FONT COLOR="white" POINT-SIZE="10"><B>~0.27, reward negative</B></FONT></TD></TR></TABLE>>];
+     self_distill_25m [label=<<TABLE BORDER="0" CELLBORDER="1" CELLSPACING="0" CELLPADDING="5"><TR><TD BGCOLOR="#d9c89a"><B>self-distill beam+dict→greedy</B></TD></TR><TR><TD BGCOLOR="#efefef"><FONT POINT-SIZE="9" COLOR="#222222"><B>≈25M params</B></FONT></TD></TR><TR><TD ALIGN="LEFT"><FONT POINT-SIZE="9">SFT on its own always-valid beam+dict games</FONT></TD></TR><TR><TD BGCOLOR="#4a4a4a"><FONT COLOR="white" POINT-SIZE="10"><B>0.384 (spelling up, win flat)</B></FONT></TD></TR></TABLE>>];
+     rl_consistency [label=<<TABLE BORDER="0" CELLBORDER="1" CELLSPACING="0" CELLPADDING="5"><TR><TD BGCOLOR="#d9c89a"><B>GRPO #3 legality reward</B></TD></TR><TR><TD BGCOLOR="#efefef"><FONT POINT-SIZE="9" COLOR="#222222"><B>≈25M params</B></FONT></TD></TR><TR><TD ALIGN="LEFT"><FONT POINT-SIZE="9">flat reward for legal/consistent guesses</FONT></TD></TR><TR><TD BGCOLOR="#4a4a4a"><FONT COLOR="white" POINT-SIZE="10"><B>0.384 null</B></FONT></TD></TR></TABLE>>];
+     rl_perguess [label=<<TABLE BORDER="0" CELLBORDER="1" CELLSPACING="0" CELLPADDING="5"><TR><TD BGCOLOR="#d9c89a"><B>GRPO #4 per-guess</B></TD></TR><TR><TD BGCOLOR="#efefef"><FONT POINT-SIZE="9" COLOR="#222222"><B>≈25M params</B></FONT></TD></TR><TR><TD ALIGN="LEFT"><FONT POINT-SIZE="9">episode = one guess, clean per-guess credit</FONT></TD></TR><TR><TD BGCOLOR="#4a4a4a"><FONT COLOR="white" POINT-SIZE="10"><B>0.384 null</B></FONT></TD></TR></TABLE>>];
+     rl_dict [label=<<TABLE BORDER="0" CELLBORDER="1" CELLSPACING="0" CELLPADDING="5"><TR><TD BGCOLOR="#d9c89a"><B>GRPO #5 dict-in-loop</B></TD></TR><TR><TD BGCOLOR="#efefef"><FONT POINT-SIZE="9" COLOR="#222222"><B>≈25M params</B></FONT></TD></TR><TR><TD ALIGN="LEFT"><FONT POINT-SIZE="9">behavior policy samples trie-valid words, push free-gen toward high-adv</FONT></TD></TR><TR><TD BGCOLOR="#4a4a4a"><FONT COLOR="white" POINT-SIZE="10"><B>0.384 null</B></FONT></TD></TR></TABLE>>];
+     rl_constrained [label=<<TABLE BORDER="0" CELLBORDER="1" CELLSPACING="0" CELLPADDING="5"><TR><TD BGCOLOR="#d9c89a"><B>GRPO #6 consistency (decisive)</B></TD></TR><TR><TD BGCOLOR="#efefef"><FONT POINT-SIZE="9" COLOR="#222222"><B>≈25M params</B></FONT></TD></TR><TR><TD ALIGN="LEFT"><FONT POINT-SIZE="9">behavior samples the still-consistent set (answer surfaced ~22%)</FONT></TD></TR><TR><TD BGCOLOR="#4a4a4a"><FONT COLOR="white" POINT-SIZE="10"><B>0.389 null — barrier is generalization</B></FONT></TD></TR></TABLE>>];
+     rl_polish [label=<<TABLE BORDER="0" CELLBORDER="1" CELLSPACING="0" CELLPADDING="5"><TR><TD BGCOLOR="#d9c89a"><B>GRPO #7 polish</B></TD></TR><TR><TD BGCOLOR="#efefef"><FONT POINT-SIZE="9" COLOR="#222222"><B>≈50M params</B></FONT></TD></TR><TR><TD ALIGN="LEFT"><FONT POINT-SIZE="9">validity+consistency reward on the 0.436 base, revert-on-regress</FONT></TD></TR><TR><TD BGCOLOR="#4a4a4a"><FONT COLOR="white" POINT-SIZE="10"><B>0.436 unchanged</B></FONT></TD></TR></TABLE>>];
+     rl_infogain [label=<<TABLE BORDER="0" CELLBORDER="1" CELLSPACING="0" CELLPADDING="5"><TR><TD BGCOLOR="#d9c89a"><B>GRPO #8 info-gain</B></TD></TR><TR><TD BGCOLOR="#efefef"><FONT POINT-SIZE="9" COLOR="#222222"><B>≈50M params</B></FONT></TD></TR><TR><TD ALIGN="LEFT"><FONT POINT-SIZE="9">add the information-gain reward term + 12 train guesses</FONT></TD></TR><TR><TD BGCOLOR="#4a4a4a"><FONT COLOR="white" POINT-SIZE="10"><B>0.436 unchanged (RL closed)</B></FONT></TD></TR></TABLE>>];
+     rl_expert_10row [label=<<TABLE BORDER="0" CELLBORDER="1" CELLSPACING="0" CELLPADDING="5"><TR><TD BGCOLOR="#d9c89a"><B>expert-iteration (10-row)</B></TD></TR><TR><TD BGCOLOR="#efefef"><FONT POINT-SIZE="9" COLOR="#222222"><B>≈50M params</B></FONT></TD></TR><TR><TD ALIGN="LEFT"><FONT POINT-SIZE="9">keep winning rollouts, rebuild with clean think, SFT; teach rows 7–10</FONT></TD></TR><TR><TD BGCOLOR="#4a4a4a"><FONT COLOR="white" POINT-SIZE="10"><B>0.604→0.646 (the RL that works)</B></FONT></TD></TR></TABLE>>];
+     rl_expert_tail [label=<<TABLE BORDER="0" CELLBORDER="1" CELLSPACING="0" CELLPADDING="5"><TR><TD BGCOLOR="#d9c89a"><B>reachability expert-iter</B></TD></TR><TR><TD BGCOLOR="#efefef"><FONT POINT-SIZE="9" COLOR="#222222"><B>≈50M params</B></FONT></TD></TR><TR><TD ALIGN="LEFT"><FONT POINT-SIZE="9">full coverage + tail high-K/high-temp sampling</FONT></TD></TR><TR><TD BGCOLOR="#4a4a4a"><FONT COLOR="white" POINT-SIZE="10"><B>solved 99.5%; SFT reverted</B></FONT></TD></TR></TABLE>>];
+     rl_grpo_polish [label=<<TABLE BORDER="0" CELLBORDER="1" CELLSPACING="0" CELLPADDING="5"><TR><TD BGCOLOR="#d9c89a"><B>GRPO #9 token-level</B></TD></TR><TR><TD BGCOLOR="#efefef"><FONT POINT-SIZE="9" COLOR="#222222"><B>≈50M params</B></FONT></TD></TR><TR><TD ALIGN="LEFT"><FONT POINT-SIZE="9">stabilized token-GRPO on the CoT policy (eval-mode forward, k3 KL)</FONT></TD></TR><TR><TD BGCOLOR="#4a4a4a"><FONT COLOR="white" POINT-SIZE="10"><B>6r 0.622 / 10r 0.637 (flat)</B></FONT></TD></TR></TABLE>>];
+     dpo_commit [label=<<TABLE BORDER="0" CELLBORDER="1" CELLSPACING="0" CELLPADDING="5"><TR><TD BGCOLOR="#d9c89a"><B>DPO commit-sharpening</B></TD></TR><TR><TD BGCOLOR="#efefef"><FONT POINT-SIZE="9" COLOR="#222222"><B>≈50M params</B></FONT></TD></TR><TR><TD ALIGN="LEFT"><FONT POINT-SIZE="9">DPO on win/loss first-divergence commit pairs; raise P(winning commit)</FONT></TD></TR><TR><TD BGCOLOR="#4a4a4a"><FONT COLOR="white" POINT-SIZE="10"><B>0.631 (era best, +1.5)</B></FONT></TD></TR></TABLE>>];
+     dpo_decisive [label=<<TABLE BORDER="0" CELLBORDER="1" CELLSPACING="0" CELLPADDING="5"><TR><TD BGCOLOR="#d9c89a"><B>DPO decisive-board</B></TD></TR><TR><TD BGCOLOR="#efefef"><FONT POINT-SIZE="9" COLOR="#222222"><B>≈50M params</B></FONT></TD></TR><TR><TD ALIGN="LEFT"><FONT POINT-SIZE="9">clean labels: secret-commit vs wrong consistent word at the same board</FONT></TD></TR><TR><TD BGCOLOR="#4a4a4a"><FONT COLOR="white" POINT-SIZE="10"><B>flat → reverted (think dilutes)</B></FONT></TD></TR></TABLE>>];
+     dpo_guessonly [label=<<TABLE BORDER="0" CELLBORDER="1" CELLSPACING="0" CELLPADDING="5"><TR><TD BGCOLOR="#d9c89a"><B>DPO guess-only</B></TD></TR><TR><TD BGCOLOR="#efefef"><FONT POINT-SIZE="9" COLOR="#222222"><B>≈50M params</B></FONT></TD></TR><TR><TD ALIGN="LEFT"><FONT POINT-SIZE="9">score preference on only the 5 committed letters</FONT></TD></TR><TR><TD BGCOLOR="#4a4a4a"><FONT COLOR="white" POINT-SIZE="10"><B>knife-edge: flat or collapses</B></FONT></TD></TR></TABLE>>];
+     constraint_aux [label=<<TABLE BORDER="0" CELLBORDER="1" CELLSPACING="0" CELLPADDING="5"><TR><TD BGCOLOR="#d9c89a"><B>constraint-aux fine-tune</B></TD></TR><TR><TD BGCOLOR="#efefef"><FONT POINT-SIZE="9" COLOR="#222222"><B>≈50M params</B></FONT></TD></TR><TR><TD ALIGN="LEFT"><FONT POINT-SIZE="9">extra aux: keep greens / reuse yellows / no repeats</FONT></TD></TR><TR><TD BGCOLOR="#4a4a4a"><FONT COLOR="white" POINT-SIZE="10"><B>no-op (zero gradient, OOD) → reverted</B></FONT></TD></TR></TABLE>>];
+     dagger_v1 [label=<<TABLE BORDER="0" CELLBORDER="1" CELLSPACING="0" CELLPADDING="5"><TR><TD BGCOLOR="#d9c89a"><B>DAgger v1</B></TD></TR><TR><TD BGCOLOR="#efefef"><FONT POINT-SIZE="9" COLOR="#222222"><B>≈50M params</B></FONT></TD></TR><TR><TD ALIGN="LEFT"><FONT POINT-SIZE="9">relabel its bad boards with teacher's word, SFT (corrections ~1:6)</FONT></TD></TR><TR><TD BGCOLOR="#4a4a4a"><FONT COLOR="white" POINT-SIZE="10"><B>reverted (under-weighted)</B></FONT></TD></TR></TABLE>>];
+     rl_grpo_reward [label=<<TABLE BORDER="0" CELLBORDER="1" CELLSPACING="0" CELLPADDING="5"><TR><TD BGCOLOR="#d9c89a"><B>GRPO #10 + shaped reward</B></TD></TR><TR><TD BGCOLOR="#efefef"><FONT POINT-SIZE="9" COLOR="#222222"><B>≈50M params</B></FONT></TD></TR><TR><TD ALIGN="LEFT"><FONT POINT-SIZE="9">token-GRPO with the full updated reward (repeat/drop-present)</FONT></TD></TR><TR><TD BGCOLOR="#4a4a4a"><FONT COLOR="white" POINT-SIZE="10"><B>greedy DECLINED 0.615→0.583 (proxy-hack)</B></FONT></TD></TR></TABLE>>];
+     rl_grpo_guessonly [label=<<TABLE BORDER="0" CELLBORDER="1" CELLSPACING="0" CELLPADDING="5"><TR><TD BGCOLOR="#d9c89a"><B>GRPO guess-only credit</B></TD></TR><TR><TD BGCOLOR="#efefef"><FONT POINT-SIZE="9" COLOR="#222222"><B>≈50M params</B></FONT></TD></TR><TR><TD ALIGN="LEFT"><FONT POINT-SIZE="9">credit only the 5 guess letters</FONT></TD></TR><TR><TD BGCOLOR="#4a4a4a"><FONT COLOR="white" POINT-SIZE="10"><B>KL EXPLODED 0.01→12.7</B></FONT></TD></TR></TABLE>>];
+     dagger_v2 [label=<<TABLE BORDER="0" CELLBORDER="1" CELLSPACING="0" CELLPADDING="5"><TR><TD BGCOLOR="#d9c89a"><B>DAgger v2 (full coverage)</B></TD></TR><TR><TD BGCOLOR="#efefef"><FONT POINT-SIZE="9" COLOR="#222222"><B>≈50M params</B></FONT></TD></TR><TR><TD ALIGN="LEFT"><FONT POINT-SIZE="9">all secrets, corrections upweighted ×4</FONT></TD></TR><TR><TD BGCOLOR="#4a4a4a"><FONT COLOR="white" POINT-SIZE="10"><B>null (later clean → 0.14–0.17)</B></FONT></TD></TR></TABLE>>];
  }
  subgraph cluster_audit { label=<<B>AUDIT → CLEAN RE-RUN (the honesty pivot)</B>>; fontsize=13; color="#cccccc"; style="rounded"; bgcolor="#fbfbfb";
-     audit [label=<<TABLE BORDER="0" CELLBORDER="1" CELLSPACING="0" CELLPADDING="5"><TR><TD BGCOLOR="#e8c98a"><B>4-agent adversarial audit</B></TD></TR><TR><TD ALIGN="LEFT"><FONT POINT-SIZE="9">Lead/Code/Telemetry/Devil's-Advocate, every claim a file:line receipt</FONT></TD></TR><TR><TD BGCOLOR="#4a4a4a"><FONT COLOR="white" POINT-SIZE="10"><B>library OK; pipeline contaminated; DA called impact 'inert'</B></FONT></TD></TR></TABLE>>];
-     clean_rerun [label=<<TABLE BORDER="0" CELLBORDER="1" CELLSPACING="0" CELLPADDING="5"><TR><TD BGCOLOR="#a9d3d9"><B>clean re-run (leak-free)</B></TD></TR><TR><TD ALIGN="LEFT"><FONT POINT-SIZE="9">the 0.616 recipe with train-only pools, disjoint VAL/TEST</FONT></TD></TR><TR><TD BGCOLOR="#4a4a4a"><FONT COLOR="white" POINT-SIZE="10"><B>0.616 → 0.166 — OVERTURNS audit</B></FONT></TD></TR></TABLE>>];
-     overnight_clean_sft [label=<<TABLE BORDER="0" CELLBORDER="1" CELLSPACING="0" CELLPADDING="5"><TR><TD BGCOLOR="#a9d3d9"><B>overnight clean SFT</B></TD></TR><TR><TD ALIGN="LEFT"><FONT POINT-SIZE="9">the clean ephemeral-CoT+aux base (3-seed)</FONT></TD></TR><TR><TD BGCOLOR="#4a4a4a"><FONT COLOR="white" POINT-SIZE="10"><B>0.166 (honest strict-held-out)</B></FONT></TD></TR></TABLE>>];
-     overnight_clean_dpo [label=<<TABLE BORDER="0" CELLBORDER="1" CELLSPACING="0" CELLPADDING="5"><TR><TD BGCOLOR="#a9d3d9"><B>clean DPO</B></TD></TR><TR><TD ALIGN="LEFT"><FONT POINT-SIZE="9">DPO on the clean base</FONT></TD></TR><TR><TD BGCOLOR="#4a4a4a"><FONT COLOR="white" POINT-SIZE="10"><B>0.166 null (gain was contamination)</B></FONT></TD></TR></TABLE>>];
-     overnight_clean_grpo [label=<<TABLE BORDER="0" CELLBORDER="1" CELLSPACING="0" CELLPADDING="5"><TR><TD BGCOLOR="#a9d3d9"><B>clean GRPO</B></TD></TR><TR><TD ALIGN="LEFT"><FONT POINT-SIZE="9">stabilized GRPO + full reward on clean base</FONT></TD></TR><TR><TD BGCOLOR="#4a4a4a"><FONT COLOR="white" POINT-SIZE="10"><B>0.166 null (11th GRPO)</B></FONT></TD></TR></TABLE>>];
-     overnight_clean_dagger [label=<<TABLE BORDER="0" CELLBORDER="1" CELLSPACING="0" CELLPADDING="5"><TR><TD BGCOLOR="#a9d3d9"><B>clean DAgger</B></TD></TR><TR><TD ALIGN="LEFT"><FONT POINT-SIZE="9">failure-state relabel on clean base</FONT></TD></TR><TR><TD BGCOLOR="#4a4a4a"><FONT COLOR="white" POINT-SIZE="10"><B>0.144 (hurts)</B></FONT></TD></TR></TABLE>>];
-     overnight_clean_dagger2 [label=<<TABLE BORDER="0" CELLBORDER="1" CELLSPACING="0" CELLPADDING="5"><TR><TD BGCOLOR="#a9d3d9"><B>clean DAgger ×2</B></TD></TR><TR><TD ALIGN="LEFT"><FONT POINT-SIZE="9">full-coverage DAgger ×4 corrections</FONT></TD></TR><TR><TD BGCOLOR="#4a4a4a"><FONT COLOR="white" POINT-SIZE="10"><B>0.169</B></FONT></TD></TR></TABLE>>];
+     audit [label=<<TABLE BORDER="0" CELLBORDER="1" CELLSPACING="0" CELLPADDING="5"><TR><TD BGCOLOR="#e8c98a"><B>4-agent adversarial audit</B></TD></TR><TR><TD BGCOLOR="#efefef"><FONT POINT-SIZE="9" COLOR="#222222"><B>method — no model</B></FONT></TD></TR><TR><TD ALIGN="LEFT"><FONT POINT-SIZE="9">Lead/Code/Telemetry/Devil's-Advocate, every claim a file:line receipt</FONT></TD></TR><TR><TD BGCOLOR="#4a4a4a"><FONT COLOR="white" POINT-SIZE="10"><B>library OK; pipeline contaminated</B></FONT></TD></TR></TABLE>>];
+     clean_rerun [label=<<TABLE BORDER="0" CELLBORDER="1" CELLSPACING="0" CELLPADDING="5"><TR><TD BGCOLOR="#a9d3d9"><B>clean re-run (leak-free)</B></TD></TR><TR><TD BGCOLOR="#efefef"><FONT POINT-SIZE="9" COLOR="#222222"><B>≈50M params</B></FONT></TD></TR><TR><TD ALIGN="LEFT"><FONT POINT-SIZE="9">the 0.616 recipe with train-only pools, disjoint VAL/TEST</FONT></TD></TR><TR><TD BGCOLOR="#4a4a4a"><FONT COLOR="white" POINT-SIZE="10"><B>0.616 → 0.166 — OVERTURNS</B></FONT></TD></TR></TABLE>>];
+     overnight_clean_sft [label=<<TABLE BORDER="0" CELLBORDER="1" CELLSPACING="0" CELLPADDING="5"><TR><TD BGCOLOR="#a9d3d9"><B>overnight clean SFT</B></TD></TR><TR><TD BGCOLOR="#efefef"><FONT POINT-SIZE="9" COLOR="#222222"><B>≈50M params</B></FONT></TD></TR><TR><TD ALIGN="LEFT"><FONT POINT-SIZE="9">the clean ephemeral-CoT+aux base (3-seed)</FONT></TD></TR><TR><TD BGCOLOR="#4a4a4a"><FONT COLOR="white" POINT-SIZE="10"><B>0.166 (strict held-out)</B></FONT></TD></TR></TABLE>>];
+     overnight_clean_dpo [label=<<TABLE BORDER="0" CELLBORDER="1" CELLSPACING="0" CELLPADDING="5"><TR><TD BGCOLOR="#a9d3d9"><B>clean DPO</B></TD></TR><TR><TD BGCOLOR="#efefef"><FONT POINT-SIZE="9" COLOR="#222222"><B>≈50M params</B></FONT></TD></TR><TR><TD ALIGN="LEFT"><FONT POINT-SIZE="9">DPO on the clean base</FONT></TD></TR><TR><TD BGCOLOR="#4a4a4a"><FONT COLOR="white" POINT-SIZE="10"><B>0.166 null (gain was contamination)</B></FONT></TD></TR></TABLE>>];
+     overnight_clean_grpo [label=<<TABLE BORDER="0" CELLBORDER="1" CELLSPACING="0" CELLPADDING="5"><TR><TD BGCOLOR="#a9d3d9"><B>clean GRPO</B></TD></TR><TR><TD BGCOLOR="#efefef"><FONT POINT-SIZE="9" COLOR="#222222"><B>≈50M params</B></FONT></TD></TR><TR><TD ALIGN="LEFT"><FONT POINT-SIZE="9">stabilized GRPO + full reward on clean base</FONT></TD></TR><TR><TD BGCOLOR="#4a4a4a"><FONT COLOR="white" POINT-SIZE="10"><B>0.166 null (11th GRPO)</B></FONT></TD></TR></TABLE>>];
+     overnight_clean_dagger [label=<<TABLE BORDER="0" CELLBORDER="1" CELLSPACING="0" CELLPADDING="5"><TR><TD BGCOLOR="#a9d3d9"><B>clean DAgger</B></TD></TR><TR><TD BGCOLOR="#efefef"><FONT POINT-SIZE="9" COLOR="#222222"><B>≈50M params</B></FONT></TD></TR><TR><TD ALIGN="LEFT"><FONT POINT-SIZE="9">failure-state relabel on clean base</FONT></TD></TR><TR><TD BGCOLOR="#4a4a4a"><FONT COLOR="white" POINT-SIZE="10"><B>0.144 (hurts)</B></FONT></TD></TR></TABLE>>];
+     overnight_clean_dagger2 [label=<<TABLE BORDER="0" CELLBORDER="1" CELLSPACING="0" CELLPADDING="5"><TR><TD BGCOLOR="#a9d3d9"><B>clean DAgger ×2</B></TD></TR><TR><TD BGCOLOR="#efefef"><FONT POINT-SIZE="9" COLOR="#222222"><B>≈50M params</B></FONT></TD></TR><TR><TD ALIGN="LEFT"><FONT POINT-SIZE="9">full-coverage DAgger ×4 corrections</FONT></TD></TR><TR><TD BGCOLOR="#4a4a4a"><FONT COLOR="white" POINT-SIZE="10"><B>0.169</B></FONT></TD></TR></TABLE>>];
  }
  subgraph cluster_scale { label=<<B>FAIR RE-BUILD + SCALE SWEEP (clean)</B>>; fontsize=13; color="#cccccc"; style="rounded"; bgcolor="#fbfbfb";
-     fair_stage1 [label=<<TABLE BORDER="0" CELLBORDER="1" CELLSPACING="0" CELLPADDING="5"><TR><TD BGCOLOR="#7ec8d0"><B>FAIR model · STAGE-1</B></TD></TR><TR><TD ALIGN="LEFT"><FONT POINT-SIZE="9">candidate/teacher pools = full dictionary (knows spelling, not answer-hood); pretrain 30 + aux λ=1.0</FONT></TD></TR><TR><TD BGCOLOR="#1f5e66"><FONT COLOR="white" POINT-SIZE="10"><B>0.281 · valid 0.662 · avg 4.33</B></FONT></TD></TR></TABLE>>];
-     distill_constrained [label=<<TABLE BORDER="0" CELLBORDER="1" CELLSPACING="0" CELLPADDING="5"><TR><TD BGCOLOR="#a9d3d9"><B>constrained self-distillation</B></TD></TR><TR><TD ALIGN="LEFT"><FONT POINT-SIZE="9">imitate its own dictionary-constrained rollouts (+aux), eval free-gen</FONT></TD></TR><TR><TD BGCOLOR="#4a4a4a"><FONT COLOR="white" POINT-SIZE="10"><B>valid 0.62→0.80, win flat (traded)</B></FONT></TD></TR></TABLE>>];
-     infogain_xit_c [label=<<TABLE BORDER="0" CELLBORDER="1" CELLSPACING="0" CELLPADDING="5"><TR><TD BGCOLOR="#a9d3d9"><B>info-gain XIT (constrained)</B></TD></TR><TR><TD ALIGN="LEFT"><FONT POINT-SIZE="9">constrained rollouts (wheel), keep high-info-gain turns, SFT free-gen</FONT></TD></TR><TR><TD BGCOLOR="#4a4a4a"><FONT COLOR="white" POINT-SIZE="10"><B>0.281 null</B></FONT></TD></TR></TABLE>>];
-     infogain_xit_f [label=<<TABLE BORDER="0" CELLBORDER="1" CELLSPACING="0" CELLPADDING="5"><TR><TD BGCOLOR="#a9d3d9"><B>info-gain XIT (free / STaR)</B></TD></TR><TR><TD ALIGN="LEFT"><FONT POINT-SIZE="9">same, free-gen rollouts (no wheel)</FONT></TD></TR><TR><TD BGCOLOR="#4a4a4a"><FONT COLOR="white" POINT-SIZE="10"><B>0.281 null</B></FONT></TD></TR></TABLE>>];
-     dpo_fair [label=<<TABLE BORDER="0" CELLBORDER="1" CELLSPACING="0" CELLPADDING="5"><TR><TD BGCOLOR="#a9d3d9"><B>DPO on fair base</B></TD></TR><TR><TD ALIGN="LEFT"><FONT POINT-SIZE="9">the contaminated-winning DPO recipe, clean base</FONT></TD></TR><TR><TD BGCOLOR="#4a4a4a"><FONT COLOR="white" POINT-SIZE="10"><B>0.281 null (every epoch reverted)</B></FONT></TD></TR></TABLE>>];
-     grpo_full_fair [label=<<TABLE BORDER="0" CELLBORDER="1" CELLSPACING="0" CELLPADDING="5"><TR><TD BGCOLOR="#a9d3d9"><B>stage-4 long GRPO</B></TD></TR><TR><TD ALIGN="LEFT"><FONT POINT-SIZE="9">stabilized GRPO + full reward from the distilled base, 150 updates</FONT></TD></TR><TR><TD BGCOLOR="#4a4a4a"><FONT COLOR="white" POINT-SIZE="10"><B>flat ~0.33 null</B></FONT></TD></TR></TABLE>>];
-     scale_tiny [label=<<TABLE BORDER="0" CELLBORDER="1" CELLSPACING="0" CELLPADDING="5"><TR><TD BGCOLOR="#a9d3d9"><B>scale — tiny 1.2M</B></TD></TR><TR><TD ALIGN="LEFT"><FONT POINT-SIZE="9">fair recipe at 1.2M</FONT></TD></TR><TR><TD BGCOLOR="#4a4a4a"><FONT COLOR="white" POINT-SIZE="10"><B>0.163 (underfits)</B></FONT></TD></TR></TABLE>>];
-     scale_base [label=<<TABLE BORDER="0" CELLBORDER="1" CELLSPACING="0" CELLPADDING="5"><TR><TD BGCOLOR="#a9d3d9"><B>scale — base 12M</B></TD></TR><TR><TD ALIGN="LEFT"><FONT POINT-SIZE="9">fair recipe at 12M</FONT></TD></TR><TR><TD BGCOLOR="#4a4a4a"><FONT COLOR="white" POINT-SIZE="10"><B>0.251 (gap grows)</B></FONT></TD></TR></TABLE>>];
-     scale_xl [label=<<TABLE BORDER="0" CELLBORDER="1" CELLSPACING="0" CELLPADDING="5"><TR><TD BGCOLOR="#d0d0d0"><B>scale — xl 99M</B></TD></TR><TR><TD ALIGN="LEFT"><FONT POINT-SIZE="9">fair recipe at 99M</FONT></TD></TR><TR><TD BGCOLOR="#4a4a4a"><FONT COLOR="white" POINT-SIZE="10"><B>running (VAL 0.31, ~plateau)</B></FONT></TD></TR></TABLE>>];
+     fair_stage1 [label=<<TABLE BORDER="0" CELLBORDER="1" CELLSPACING="0" CELLPADDING="5"><TR><TD BGCOLOR="#7ec8d0"><B>FAIR model · STAGE-1</B></TD></TR><TR><TD BGCOLOR="#efefef"><FONT POINT-SIZE="9" COLOR="#222222"><B>≈50M params</B></FONT></TD></TR><TR><TD ALIGN="LEFT"><FONT POINT-SIZE="9">candidate/teacher pools = full dictionary (knows spelling, not answer-hood); pretrain 30 + aux λ=1.0</FONT></TD></TR><TR><TD BGCOLOR="#1f5e66"><FONT COLOR="white" POINT-SIZE="10"><B>0.281 · valid 0.662 · avg 4.33</B></FONT></TD></TR></TABLE>>];
+     distill_constrained [label=<<TABLE BORDER="0" CELLBORDER="1" CELLSPACING="0" CELLPADDING="5"><TR><TD BGCOLOR="#a9d3d9"><B>constrained self-distillation</B></TD></TR><TR><TD BGCOLOR="#efefef"><FONT POINT-SIZE="9" COLOR="#222222"><B>≈50M params</B></FONT></TD></TR><TR><TD ALIGN="LEFT"><FONT POINT-SIZE="9">imitate its own dictionary-constrained rollouts (+aux), eval free-gen</FONT></TD></TR><TR><TD BGCOLOR="#4a4a4a"><FONT COLOR="white" POINT-SIZE="10"><B>valid 0.62→0.80, win flat (traded)</B></FONT></TD></TR></TABLE>>];
+     infogain_xit_c [label=<<TABLE BORDER="0" CELLBORDER="1" CELLSPACING="0" CELLPADDING="5"><TR><TD BGCOLOR="#a9d3d9"><B>info-gain XIT (constrained)</B></TD></TR><TR><TD BGCOLOR="#efefef"><FONT POINT-SIZE="9" COLOR="#222222"><B>≈50M params</B></FONT></TD></TR><TR><TD ALIGN="LEFT"><FONT POINT-SIZE="9">constrained rollouts (wheel), keep high-info-gain turns, SFT free-gen</FONT></TD></TR><TR><TD BGCOLOR="#4a4a4a"><FONT COLOR="white" POINT-SIZE="10"><B>0.281 null</B></FONT></TD></TR></TABLE>>];
+     infogain_xit_f [label=<<TABLE BORDER="0" CELLBORDER="1" CELLSPACING="0" CELLPADDING="5"><TR><TD BGCOLOR="#a9d3d9"><B>info-gain XIT (free / STaR)</B></TD></TR><TR><TD BGCOLOR="#efefef"><FONT POINT-SIZE="9" COLOR="#222222"><B>≈50M params</B></FONT></TD></TR><TR><TD ALIGN="LEFT"><FONT POINT-SIZE="9">same, free-gen rollouts (no wheel)</FONT></TD></TR><TR><TD BGCOLOR="#4a4a4a"><FONT COLOR="white" POINT-SIZE="10"><B>0.281 null</B></FONT></TD></TR></TABLE>>];
+     dpo_fair [label=<<TABLE BORDER="0" CELLBORDER="1" CELLSPACING="0" CELLPADDING="5"><TR><TD BGCOLOR="#a9d3d9"><B>DPO on fair base</B></TD></TR><TR><TD BGCOLOR="#efefef"><FONT POINT-SIZE="9" COLOR="#222222"><B>≈50M params</B></FONT></TD></TR><TR><TD ALIGN="LEFT"><FONT POINT-SIZE="9">the contaminated-winning DPO recipe, clean base</FONT></TD></TR><TR><TD BGCOLOR="#4a4a4a"><FONT COLOR="white" POINT-SIZE="10"><B>0.281 null (every epoch reverted)</B></FONT></TD></TR></TABLE>>];
+     grpo_full_fair [label=<<TABLE BORDER="0" CELLBORDER="1" CELLSPACING="0" CELLPADDING="5"><TR><TD BGCOLOR="#a9d3d9"><B>stage-4 long GRPO</B></TD></TR><TR><TD BGCOLOR="#efefef"><FONT POINT-SIZE="9" COLOR="#222222"><B>≈50M params</B></FONT></TD></TR><TR><TD ALIGN="LEFT"><FONT POINT-SIZE="9">stabilized GRPO + full reward from the distilled base, 150 updates</FONT></TD></TR><TR><TD BGCOLOR="#4a4a4a"><FONT COLOR="white" POINT-SIZE="10"><B>flat ~0.33 null</B></FONT></TD></TR></TABLE>>];
+     scale_tiny [label=<<TABLE BORDER="0" CELLBORDER="1" CELLSPACING="0" CELLPADDING="5"><TR><TD BGCOLOR="#a9d3d9"><B>scale — tiny</B></TD></TR><TR><TD BGCOLOR="#efefef"><FONT POINT-SIZE="9" COLOR="#222222"><B>1.2M params</B></FONT></TD></TR><TR><TD ALIGN="LEFT"><FONT POINT-SIZE="9">fair recipe, smallest net</FONT></TD></TR><TR><TD BGCOLOR="#4a4a4a"><FONT COLOR="white" POINT-SIZE="10"><B>0.163 (underfits)</B></FONT></TD></TR></TABLE>>];
+     scale_base [label=<<TABLE BORDER="0" CELLBORDER="1" CELLSPACING="0" CELLPADDING="5"><TR><TD BGCOLOR="#a9d3d9"><B>scale — base</B></TD></TR><TR><TD BGCOLOR="#efefef"><FONT POINT-SIZE="9" COLOR="#222222"><B>12M params</B></FONT></TD></TR><TR><TD ALIGN="LEFT"><FONT POINT-SIZE="9">fair recipe, mid net</FONT></TD></TR><TR><TD BGCOLOR="#4a4a4a"><FONT COLOR="white" POINT-SIZE="10"><B>0.251 (gap grows)</B></FONT></TD></TR></TABLE>>];
+     scale_xl [label=<<TABLE BORDER="0" CELLBORDER="1" CELLSPACING="0" CELLPADDING="5"><TR><TD BGCOLOR="#d0d0d0"><B>scale — xl</B></TD></TR><TR><TD BGCOLOR="#efefef"><FONT POINT-SIZE="9" COLOR="#222222"><B>99M params</B></FONT></TD></TR><TR><TD ALIGN="LEFT"><FONT POINT-SIZE="9">fair recipe, largest net</FONT></TD></TR><TR><TD BGCOLOR="#4a4a4a"><FONT COLOR="white" POINT-SIZE="10"><B>running (VAL 0.31, ~plateau)</B></FONT></TD></TR></TABLE>>];
  }
  subgraph cluster_inf { label=<<B>INFERENCE PROBES (decoding, contaminated bases)</B>>; fontsize=13; color="#cccccc"; style="rounded"; bgcolor="#fbfbfb";
-     beam_dict [label=<<TABLE BORDER="0" CELLBORDER="1" CELLSPACING="0" CELLPADDING="5"><TR><TD BGCOLOR="#aac4dd"><B>beam + dictionary decode</B></TD></TR><TR><TD ALIGN="LEFT"><FONT POINT-SIZE="9">beam search ± constrained to real words via trie (no training)</FONT></TD></TR><TR><TD BGCOLOR="#4a4a4a"><FONT COLOR="white" POINT-SIZE="10"><B>greedy 0.392 → beam+dict 0.580</B></FONT></TD></TR></TABLE>>];
-     norepeat_decode [label=<<TABLE BORDER="0" CELLBORDER="1" CELLSPACING="0" CELLPADDING="5"><TR><TD BGCOLOR="#aac4dd"><B>beam+dict + no-repeat</B></TD></TR><TR><TD ALIGN="LEFT"><FONT POINT-SIZE="9">beam(10) + dict-trie + never re-emit a prior guess</FONT></TD></TR><TR><TD BGCOLOR="#4a4a4a"><FONT COLOR="white" POINT-SIZE="10"><B>0.596</B></FONT></TD></TR></TABLE>>];
-     turn_budget [label=<<TABLE BORDER="0" CELLBORDER="1" CELLSPACING="0" CELLPADDING="5"><TR><TD BGCOLOR="#aac4dd"><B>turn-budget probe</B></TD></TR><TR><TD ALIGN="LEFT"><FONT POINT-SIZE="9">same weights, allow 6/8/10 guesses</FONT></TD></TR><TR><TD BGCOLOR="#4a4a4a"><FONT COLOR="white" POINT-SIZE="10"><B>0.392 flat</B></FONT></TD></TR></TABLE>>];
-     passk [label=<<TABLE BORDER="0" CELLBORDER="1" CELLSPACING="0" CELLPADDING="5"><TR><TD BGCOLOR="#aac4dd"><B>pass@N probe</B></TD></TR><TR><TD ALIGN="LEFT"><FONT POINT-SIZE="9">sample N full games/secret, count any win</FONT></TD></TR><TR><TD BGCOLOR="#4a4a4a"><FONT COLOR="white" POINT-SIZE="10"><B>greedy 0.453 → pass@10 0.787</B></FONT></TD></TR></TABLE>>];
-     self_consistency [label=<<TABLE BORDER="0" CELLBORDER="1" CELLSPACING="0" CELLPADDING="5"><TR><TD BGCOLOR="#aac4dd"><B>self-consistency vote</B></TD></TR><TR><TD ALIGN="LEFT"><FONT POINT-SIZE="9">sample 12 traces/turn, commit the majority vote (no filter)</FONT></TD></TR><TR><TD BGCOLOR="#4a4a4a"><FONT COLOR="white" POINT-SIZE="10"><B>vote 0.627 vs pass@12 0.953</B></FONT></TD></TR></TABLE>>];
+     beam_dict [label=<<TABLE BORDER="0" CELLBORDER="1" CELLSPACING="0" CELLPADDING="5"><TR><TD BGCOLOR="#aac4dd"><B>beam + dictionary decode</B></TD></TR><TR><TD BGCOLOR="#efefef"><FONT POINT-SIZE="9" COLOR="#222222"><B>≈25M params</B></FONT></TD></TR><TR><TD ALIGN="LEFT"><FONT POINT-SIZE="9">beam search ± constrained to real words via trie (no training)</FONT></TD></TR><TR><TD BGCOLOR="#4a4a4a"><FONT COLOR="white" POINT-SIZE="10"><B>greedy 0.392 → beam+dict 0.580</B></FONT></TD></TR></TABLE>>];
+     norepeat_decode [label=<<TABLE BORDER="0" CELLBORDER="1" CELLSPACING="0" CELLPADDING="5"><TR><TD BGCOLOR="#aac4dd"><B>beam+dict + no-repeat</B></TD></TR><TR><TD BGCOLOR="#efefef"><FONT POINT-SIZE="9" COLOR="#222222"><B>≈25M params</B></FONT></TD></TR><TR><TD ALIGN="LEFT"><FONT POINT-SIZE="9">beam(10) + dict-trie + never re-emit a prior guess</FONT></TD></TR><TR><TD BGCOLOR="#4a4a4a"><FONT COLOR="white" POINT-SIZE="10"><B>0.596</B></FONT></TD></TR></TABLE>>];
+     turn_budget [label=<<TABLE BORDER="0" CELLBORDER="1" CELLSPACING="0" CELLPADDING="5"><TR><TD BGCOLOR="#aac4dd"><B>turn-budget probe</B></TD></TR><TR><TD BGCOLOR="#efefef"><FONT POINT-SIZE="9" COLOR="#222222"><B>≈25M params</B></FONT></TD></TR><TR><TD ALIGN="LEFT"><FONT POINT-SIZE="9">same weights, allow 6/8/10 guesses</FONT></TD></TR><TR><TD BGCOLOR="#4a4a4a"><FONT COLOR="white" POINT-SIZE="10"><B>0.392 flat</B></FONT></TD></TR></TABLE>>];
+     passk [label=<<TABLE BORDER="0" CELLBORDER="1" CELLSPACING="0" CELLPADDING="5"><TR><TD BGCOLOR="#aac4dd"><B>pass@N probe</B></TD></TR><TR><TD BGCOLOR="#efefef"><FONT POINT-SIZE="9" COLOR="#222222"><B>≈50M params</B></FONT></TD></TR><TR><TD ALIGN="LEFT"><FONT POINT-SIZE="9">sample N full games/secret, count any win</FONT></TD></TR><TR><TD BGCOLOR="#4a4a4a"><FONT COLOR="white" POINT-SIZE="10"><B>greedy 0.453 → pass@10 0.787</B></FONT></TD></TR></TABLE>>];
+     self_consistency [label=<<TABLE BORDER="0" CELLBORDER="1" CELLSPACING="0" CELLPADDING="5"><TR><TD BGCOLOR="#aac4dd"><B>self-consistency vote</B></TD></TR><TR><TD BGCOLOR="#efefef"><FONT POINT-SIZE="9" COLOR="#222222"><B>≈50M params</B></FONT></TD></TR><TR><TD ALIGN="LEFT"><FONT POINT-SIZE="9">sample 12 traces/turn, commit the majority vote (no filter)</FONT></TD></TR><TR><TD BGCOLOR="#4a4a4a"><FONT COLOR="white" POINT-SIZE="10"><B>vote 0.627 vs pass@12 0.953</B></FONT></TD></TR></TABLE>>];
  }
  subgraph cluster_inf2 { label=<<B>INFERENCE on the CLEAN fair weights (aided)</B>>; fontsize=13; color="#cccccc"; style="rounded"; bgcolor="#fbfbfb";
-     constrained_decode [label=<<TABLE BORDER="0" CELLBORDER="1" CELLSPACING="0" CELLPADDING="5"><TR><TD BGCOLOR="#aac4dd"><B>constrained-decode diagnostic</B></TD></TR><TR><TD ALIGN="LEFT"><FONT POINT-SIZE="9">greedy masked to real-word spellings; model still deduces</FONT></TD></TR><TR><TD BGCOLOR="#4a4a4a"><FONT COLOR="white" POINT-SIZE="10"><B>0.281 → 0.436 · valid 1.0 — KNOWS the words</B></FONT></TD></TR></TABLE>>];
-     bestof16 [label=<<TABLE BORDER="0" CELLBORDER="1" CELLSPACING="0" CELLPADDING="5"><TR><TD BGCOLOR="#aac4dd"><B>best-of-16 (valid vote)</B></TD></TR><TR><TD ALIGN="LEFT"><FONT POINT-SIZE="9">sample 16, keep real words, majority vote</FONT></TD></TR><TR><TD BGCOLOR="#4a4a4a"><FONT COLOR="white" POINT-SIZE="10"><B>0.632 · valid 0.925</B></FONT></TD></TR></TABLE>>];
-     bestof16_nodict [label=<<TABLE BORDER="0" CELLBORDER="1" CELLSPACING="0" CELLPADDING="5"><TR><TD BGCOLOR="#aac4dd"><B>best-of-16 NO dict</B></TD></TR><TR><TD ALIGN="LEFT"><FONT POINT-SIZE="9">same, but keep non-words too</FONT></TD></TR><TR><TD BGCOLOR="#4a4a4a"><FONT COLOR="white" POINT-SIZE="10"><B>0.243 — compute alone HURTS</B></FONT></TD></TR></TABLE>>];
-     bestof64 [label=<<TABLE BORDER="0" CELLBORDER="1" CELLSPACING="0" CELLPADDING="5"><TR><TD BGCOLOR="#aac4dd"><B>best-of-64</B></TD></TR><TR><TD ALIGN="LEFT"><FONT POINT-SIZE="9">N=64</FONT></TD></TR><TR><TD BGCOLOR="#4a4a4a"><FONT COLOR="white" POINT-SIZE="10"><B>0.703</B></FONT></TD></TR></TABLE>>];
-     bestof128 [label=<<TABLE BORDER="0" CELLBORDER="1" CELLSPACING="0" CELLPADDING="5"><TR><TD BGCOLOR="#7fa8cf"><B>best-of-128 — BEST honest</B></TD></TR><TR><TD ALIGN="LEFT"><FONT POINT-SIZE="9">N=128</FONT></TD></TR><TR><TD BGCOLOR="#1f5e66"><FONT COLOR="white" POINT-SIZE="10"><B>0.719 · valid 0.979 (plateau)</B></FONT></TD></TR></TABLE>>];
-     beam_trie [label=<<TABLE BORDER="0" CELLBORDER="1" CELLSPACING="0" CELLPADDING="5"><TR><TD BGCOLOR="#d0d0d0"><B>beam over real-word trie</B></TD></TR><TR><TD ALIGN="LEFT"><FONT POINT-SIZE="9">sequence-level argmax over valid words</FONT></TD></TR><TR><TD BGCOLOR="#4a4a4a"><FONT COLOR="white" POINT-SIZE="10"><B>queued</B></FONT></TD></TR></TABLE>>];
+     constrained_decode [label=<<TABLE BORDER="0" CELLBORDER="1" CELLSPACING="0" CELLPADDING="5"><TR><TD BGCOLOR="#aac4dd"><B>constrained-decode diagnostic</B></TD></TR><TR><TD BGCOLOR="#efefef"><FONT POINT-SIZE="9" COLOR="#222222"><B>≈50M params</B></FONT></TD></TR><TR><TD ALIGN="LEFT"><FONT POINT-SIZE="9">greedy masked to real-word spellings; model still deduces</FONT></TD></TR><TR><TD BGCOLOR="#4a4a4a"><FONT COLOR="white" POINT-SIZE="10"><B>0.281 → 0.436 · valid 1.0 — KNOWS the words</B></FONT></TD></TR></TABLE>>];
+     bestof16 [label=<<TABLE BORDER="0" CELLBORDER="1" CELLSPACING="0" CELLPADDING="5"><TR><TD BGCOLOR="#aac4dd"><B>best-of-16 (valid vote)</B></TD></TR><TR><TD BGCOLOR="#efefef"><FONT POINT-SIZE="9" COLOR="#222222"><B>≈50M params</B></FONT></TD></TR><TR><TD ALIGN="LEFT"><FONT POINT-SIZE="9">sample 16, keep real words, majority vote</FONT></TD></TR><TR><TD BGCOLOR="#4a4a4a"><FONT COLOR="white" POINT-SIZE="10"><B>0.632 · valid 0.925</B></FONT></TD></TR></TABLE>>];
+     bestof16_nodict [label=<<TABLE BORDER="0" CELLBORDER="1" CELLSPACING="0" CELLPADDING="5"><TR><TD BGCOLOR="#aac4dd"><B>best-of-16 NO dict</B></TD></TR><TR><TD BGCOLOR="#efefef"><FONT POINT-SIZE="9" COLOR="#222222"><B>≈50M params</B></FONT></TD></TR><TR><TD ALIGN="LEFT"><FONT POINT-SIZE="9">same, but keep non-words too</FONT></TD></TR><TR><TD BGCOLOR="#4a4a4a"><FONT COLOR="white" POINT-SIZE="10"><B>0.243 — compute alone HURTS</B></FONT></TD></TR></TABLE>>];
+     bestof64 [label=<<TABLE BORDER="0" CELLBORDER="1" CELLSPACING="0" CELLPADDING="5"><TR><TD BGCOLOR="#aac4dd"><B>best-of-64</B></TD></TR><TR><TD BGCOLOR="#efefef"><FONT POINT-SIZE="9" COLOR="#222222"><B>≈50M params</B></FONT></TD></TR><TR><TD ALIGN="LEFT"><FONT POINT-SIZE="9">N=64</FONT></TD></TR><TR><TD BGCOLOR="#4a4a4a"><FONT COLOR="white" POINT-SIZE="10"><B>0.703</B></FONT></TD></TR></TABLE>>];
+     bestof128 [label=<<TABLE BORDER="0" CELLBORDER="1" CELLSPACING="0" CELLPADDING="5"><TR><TD BGCOLOR="#7fa8cf"><B>best-of-128 — BEST</B></TD></TR><TR><TD BGCOLOR="#efefef"><FONT POINT-SIZE="9" COLOR="#222222"><B>≈50M params</B></FONT></TD></TR><TR><TD ALIGN="LEFT"><FONT POINT-SIZE="9">N=128</FONT></TD></TR><TR><TD BGCOLOR="#1f5e66"><FONT COLOR="white" POINT-SIZE="10"><B>0.719 · valid 0.979 (plateau)</B></FONT></TD></TR></TABLE>>];
+     beam_trie [label=<<TABLE BORDER="0" CELLBORDER="1" CELLSPACING="0" CELLPADDING="5"><TR><TD BGCOLOR="#d0d0d0"><B>beam over real-word trie</B></TD></TR><TR><TD BGCOLOR="#efefef"><FONT POINT-SIZE="9" COLOR="#222222"><B>≈50M params</B></FONT></TD></TR><TR><TD ALIGN="LEFT"><FONT POINT-SIZE="9">sequence-level argmax over valid words</FONT></TD></TR><TR><TD BGCOLOR="#4a4a4a"><FONT COLOR="white" POINT-SIZE="10"><B>queued</B></FONT></TD></TR></TABLE>>];
  }
  subgraph cluster_dep { label=<<B>DEPLOYED FRAMING</B>>; fontsize=13; color="#cccccc"; style="rounded"; bgcolor="#fbfbfb";
-     deployed [label=<<TABLE BORDER="0" CELLBORDER="1" CELLSPACING="0" CELLPADDING="5"><TR><TD BGCOLOR="#d9c89a"><B>deployed real-Wordle player</B></TD></TR><TR><TD ALIGN="LEFT"><FONT POINT-SIZE="9">trained on all 2,315 known answers (fixed set = the real game)</FONT></TD></TR><TR><TD BGCOLOR="#4a4a4a"><FONT COLOR="white" POINT-SIZE="10"><B>~0.62 (legit deployed, framing)</B></FONT></TD></TR></TABLE>>];
+     deployed [label=<<TABLE BORDER="0" CELLBORDER="1" CELLSPACING="0" CELLPADDING="5"><TR><TD BGCOLOR="#d9c89a"><B>deployed real-Wordle player</B></TD></TR><TR><TD BGCOLOR="#efefef"><FONT POINT-SIZE="9" COLOR="#222222"><B>≈50M params</B></FONT></TD></TR><TR><TD ALIGN="LEFT"><FONT POINT-SIZE="9">trained on all 2,315 known answers (fixed set = the real game)</FONT></TD></TR><TR><TD BGCOLOR="#4a4a4a"><FONT COLOR="white" POINT-SIZE="10"><B>~0.62 (legit deployed, framing)</B></FONT></TD></TR></TABLE>>];
  }
  sft_3m -> sft_5m [label="scale+depth"];
  sft_5m -> sft_25m [label="5x params"];
  sft_25m -> sft_25m_div [label="diverse secrets"];
  sft_25m -> scale_99m [label="pure scale"];
  scale_99m -> codesign_50m [label="redesign+curriculum"];
  codesign_50m -> sft_deep [label="isolate redesign, converge"];
  sft_deep -> sft_aux [label="add spelling loss"];
  sft_aux -> sft_aux_xl [label="scale aux"];
  sft_3m -> bpe_12m [label="swap to BPE"];
  bpe_12m -> bpe_50m [label="capacity test"];
  oreo_11m -> oreo_50m [label="scale"];
  sft_aux -> structured_ctx [label="add state block"];
  sft_aux -> passk [label="pass@N probe"];
  sft_25m -> beam_dict [label="beam+dict"];
  sft_25m -> norepeat_decode [label="+no-repeat"];
  sft_25m -> turn_budget [label="more guesses"];
  passk -> cot_14m [label="reason to surface latent"];
  cot_14m -> cot_50m [label="scale CoT"];
  cot_50m -> cot_50m_aux [label="+aux"];
  cot_50m -> cot_show [label="integrity A/B"];
  cot_show -> cot_eph [label="throwaway scratchpad (fix leak)"];
  sft_deep -> cot_eph [label="matched baseline"];
  cot_eph -> cot_eph_aux [label="stack +aux"];
  sft_aux -> cot_eph_aux [label="the spelling lever"];
  sft_5m -> grpo_5m [label="RL?"];
  grpo_5m -> grpo_5m_div [label="diverse"];
  sft_25m -> self_distill_25m [label="bank spelling"];
  self_distill_25m -> rl_consistency [label="legality reward"];
  self_distill_25m -> rl_perguess [label="per-guess credit"];
  self_distill_25m -> rl_dict [label="dict-in-loop"];
  self_distill_25m -> rl_constrained [label="surface the answer"];
  sft_aux -> rl_polish [label="polish best"];
  sft_aux -> rl_infogain [label="info-gain term"];
  cot_eph_aux -> rl_expert_10row [label="expert-iter"];
  rl_expert_10row -> rl_expert_tail [label="reachability"];
  rl_expert_10row -> rl_grpo_polish [label="token-GRPO"];
  cot_eph_aux -> self_consistency [label="vote vs pass@N"];
  cot_eph_aux -> dpo_commit [label="DPO commit"];
  cot_eph_aux -> dpo_decisive [label="clean pairs"];
  dpo_commit -> dpo_guessonly [label="guess-only"];
  cot_eph_aux -> constraint_aux [label="train-in reward"];
  dpo_commit -> dagger_v1 [label="failure relabel"];
  dpo_commit -> rl_grpo_reward [label="GRPO+reward"];
  dpo_commit -> rl_grpo_guessonly [label="guess-only credit"];
  dagger_v1 -> dagger_v2 [label="full coverage"];
  cot_eph_aux -> audit [label="is it correct?"];
  dpo_commit -> audit [label="audit 0.631 too"];
  cot_eph_aux -> clean_rerun [label="re-run leak-free"];
  clean_rerun -> overnight_clean_sft [label="clean base"];
  overnight_clean_sft -> overnight_clean_dpo [label="DPO"];
  overnight_clean_sft -> overnight_clean_grpo [label="GRPO"];
  overnight_clean_sft -> overnight_clean_dagger [label="DAgger"];
  overnight_clean_dagger -> overnight_clean_dagger2 [label="×2"];
  overnight_clean_sft -> fair_stage1 [label="know dict, hide answers"];
  fair_stage1 -> distill_constrained [label="push validity"];
  fair_stage1 -> infogain_xit_c [label="info-gain XIT"];
  fair_stage1 -> infogain_xit_f [label="free / STaR"];
  fair_stage1 -> dpo_fair [label="retry DPO clean"];
  distill_constrained -> grpo_full_fair [label="long GRPO"];
-   fair_stage1 -> scale_tiny [label="1.2M"];
-   fair_stage1 -> scale_base [label="12M"];
-   fair_stage1 -> scale_xl [label="99M"];
+   fair_stage1 -> scale_tiny [label="shrink"];
+   fair_stage1 -> scale_base [label="mid"];
+   fair_stage1 -> scale_xl [label="grow"];
  fair_stage1 -> constrained_decode [label="mask spelling (diagnostic)"];
  fair_stage1 -> bestof16 [label="test-time compute"];
  fair_stage1 -> bestof16_nodict [label="no-dict ablation"];
  bestof16 -> bestof64 [label="N=64"];
  bestof64 -> bestof128 [label="N=128"];
  fair_stage1 -> beam_trie [label="beam"];
  cot_eph_aux -> deployed [label="deployed framing"];
  dpo_commit -> deployed [label="best deployed"];
}
